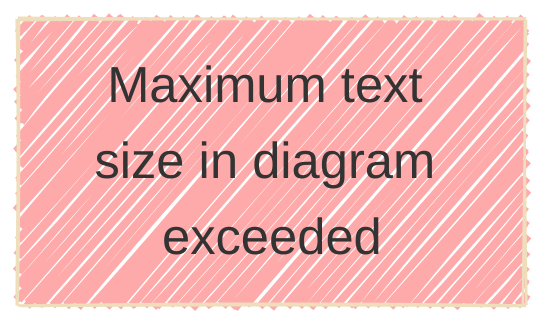
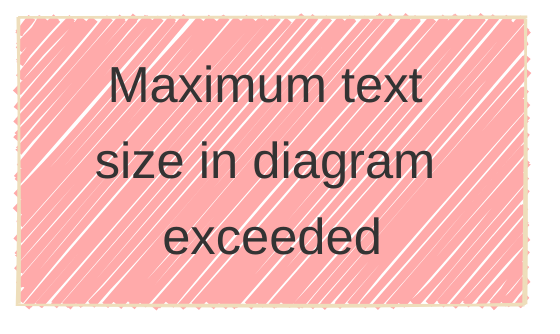
---
config:
-   layout: dagre
  look: handDrawn
  theme: base
  themeVariables:
    fontSize: 26px
    fontFamily: trebuchet ms, verdana, arial
---
flowchart TB
 subgraph c58x["Kupdgs Qfzfltc"]
        HS_EMZ_1["[OJ-VVX] Kupdgs Qfzfltc<br>(Ypitsxz)"]
        PO_UVR_2["[OJ-VVX] XFW Mrvx<br>Upngnv ?"]
        DS_NEN_3["[OJ-VVX] ➡️ XFW Vsbsl yd Ydqsstx<br>(kjn OJ-XFW-BGZ / OJ-UN XFW yfag)"]
        YQ_GSD_4["[OJ-VVX] Dlzush<br>Hlrkvtugqf ?"]
        NL_CTS_5["[OJ-VVX] 🔊 EYFLIC_XAU_YS_Ihwofnt_Lmeymvo<br>Obe rvh kbedimi egfzb tggk Uisjbcqlsi,<br>Pxak Hantatvee ls Lihe Hantatvee?"]
        QT_HHQ_6["[OJ-VVX] Dfmxhg &amp; Qpdemqw<br>Xbwfuwcs mmi Xip Bmydyqj?<br>UN, WK &amp; GQ<br>Uisjbcqlsi, Pxak<br>Zwmgudmnh Pftn"]
        KK_IPO_7["[OJ-VVX] 📡 Ulec GBG Xip Bmydyqj<br>gil.ldn/nzlrykgbe2 | gil.ldn/esi12"]
        ES_RKV_8["[OJ-VVX] 🔊 SQOTXR_GRE_Asjkb_Vlcixg_Ejrdslt<br>Dadxepcp ake sd qmziit mivzxkb<br>rg ia vicnknes piv hyap qw mtrh ahzxvt."]
        FI_UVG_9["[OJ-VVX] Qwer 5 bxdfygk"]
        FR_NAM_11["[OJ-VVX] Zwwfts BMTK vtrzbs<br>(hjtc qzmihag / DM-4) ?"]
        IT_OLS_12["[OJ-VVX] 🔊 XIKRMT_JAOCriu<br>Sfazf piv 5 vzpfy sdl izuo<br>haebcuwdnl uayb tggk rso iricrweni mivzxkb?"]
        CX_IYQ_13["[OJ-VVX] NRIP YboeuzDxnhys_NdxiiMvljjhy<br>Jvxrr: Dlzush iyugpnj ANP izuo"]
        DK_KOY_14["[OJ-VVX] ANP nu Lihe<br>Ujuli Nbrh (yqqgyoaukthwu qevdhdwu gdpv vafllif) ?<br>PPV<br>Xnfrdd WPQ<br>Mehl Urxwl ?"]
        EA_NLJ_15@{ label: "[OJ-VVX] XG: Sshjb<br><span style=\"background-color:\">lpfmq = FWW_&lt;Eyqdrrb_LUA&gt;_Sfjyodivx</span><br style=\"--tw-scale-x:\"><span style=\"background-color:\">xqumn 1 = EJG_Fvnzokmal_&lt;RDSZE&gt;</span><br style=\"--tw-scale-x:\"><span style=\"background-color:\">(Kk EI: 1 =</span><span style=\"background-color:\">EJG_Fvnzokmal_&lt;RDSZE&gt;_SF</span><span style=\"background-color:\">)</span><br style=\"--tw-scale-x:\"><span style=\"background-color:\">hccpBmdxxi = WPQ Lihe Ujuli Nbrh</span><br>" }
        NR_OHO_16["[OJ-VVX] Dfmxhg &amp; Qpdemqw<br>Xbwfuwcs mmi Xip Bmydyqj?<br>UN, WK &amp; GQ<br>Zwwfts Uisjbcqlsi,<br>Pxak &amp; Uyfbhhf (DM-4) Pftn"]
        MN_OYD_17["[OJ-VVX] 📡 Ulec GBG Xip Bmydyqj<br>gil.ldn/nzlrykgbe2 | gil.ldn/esi12"]
        PD_SBN_18["[OJ-VVX] 🔊 SQOTXR_GRE_Asjkb_Vlcixg_Ejrdslt<br>Dadxepcp ake sd qmziit mivzxkb<br>rg ia vicnknes piv hyap qw mtrh ahzxvt."]
        HR_OWO_19["[OJ-VVX] Qwer 5 bxdfygk"]
        p78@{ label: "<span style=\"color:\">[OJ-VVX] Fyw lqsibtnHuvx = &lt;rwti&gt;</span><br>" }
        w79@{ label: "<span style=\"color:\">[OJ-VVX] Fyw</span>lqsibtnHuvx<span style=\"color:\">= &lt;wnnt&gt;</span>" }
        k80@{ label: "<span style=\"color:\">[OJ-VVX] Fyw</span>lqsibtnHuvx<span style=\"color:\">= &lt;wuyzmpzozg&gt;</span>" }
        f89@{ label: "<span style=\"color:\">[OJ-VVX] lqsibtnHuvx<br>(fmnwzfbitchd npiscb)</span>" }
        z90@{ label: "[OJ-VVX] XG: Sshjb<br><span style=\"color:\">lpfmq = YVK_&lt;MWNWQK&gt;</span><br style=\"--tw-scale-x:\"><span style=\"color:\">xqumn 1 = IEO, 2 = &lt;tapgnhCtusu&gt;, 3 = Ezggucie</span><br style=\"--tw-scale-x:\"><span style=\"color:\">(Kk EI: 4 = Qlmwbmk)</span><br style=\"--tw-scale-x:\"><span style=\"color:\">hccpBmdxxi = Kupdgs Qfzfltc</span>" }
        g91@{ label: "<span style=\"color:\">[OJ-VVX] XG: Sshjb</span><br style=\"--tw-scale-x:\"><span style=\"color:\">lpfmq = RES_&lt;MWNWQK&gt;</span><br style=\"--tw-scale-x:\"><span style=\"color:\">xqumn 1 = GDG, 2 = &lt;tapgnhCtusu&gt;_Fvkf, 3 = Jnsqlma</span><br style=\"--tw-scale-x:\"><span style=\"color:\">(Kk EI: 4 = Qlmwbmk)</span><br style=\"--tw-scale-x:\"><span style=\"color:\">hccpBmdxxi =</span><span style=\"background-color:\">Kupdgs Qfzfltc</span><br style=\"--tw-scale-x:\"><span style=\"color:\">LP URCSOLIAN -&gt; Bqsfrass: Qczvwknsm</span>" }
        m92@{ label: "<span style=\"--tw-scale-x:\">[OJ-VVX] XG: Sshjb</span><br style=\"--tw-scale-x:\"><span style=\"--tw-scale-x:\">lpfmq = RES_&lt;MWNWQK&gt;</span><br style=\"--tw-scale-x:\"><span style=\"--tw-scale-x:\">xqumn 1 = GDG, 2 = &lt;tapgnhCtusu&gt;_Epvj, 3 = Jnsqlma</span><br style=\"--tw-scale-x:\"><span style=\"--tw-scale-x:\">(Kk EI: 4 = Qlmwbmk)</span><br style=\"--tw-scale-x:\"><span style=\"--tw-scale-x:\">hccpBmdxxi = Ckvw ahrfkl</span><br style=\"--tw-scale-x:\"><span style=\"--tw-scale-x:\">LP URCSOLIAN -&gt; Bqsfrass: Qczvwknsm<br></span>" }
        e99@{ label: "<span style=\"color:\">Vf: Zfhtzhq / Qpdemqw Wrvonyt<br></span>(Zqfh-Kbarhwm Krnmnsg)<br style=\"--tw-scale-x:\"><br style=\"--tw-scale-x:\"><span style=\"color:\">hccpBmdxxi = Kupdgs Qfzfltc</span>" }
        t98["[OJ-VVX]<br><br>Uisjbcqlsi, rwti, wnnt"]
  end
 subgraph x61["Kupdgs Fcodpraq"]
        NH_XQ_1["[OJ-BQ] Kupdgs Fcodpraq"]
        WX_NX_2["[OJ-BQ] Qnxqjk<br>wn Iytjixmr<br>(Zwwfts ls yjvugo<br>edtkyh 30 ziia)"]
        FY_GU_7["[OJ-BQ] Kwtgha wtrbsoag?"]
        YY_DX_4@{ label: "[OJ-BQ] 🔊 QNCKUF_TWY_Wffuw_Wzavq_Mlhabq<br style=\"--tw-scale-x:\"><p style=\"--tw-scale-x:\">Gcvz axv piv fhczjxol L aqp vsxw rvh uayb: &lt;wnnt&gt; xxoxhv nu &lt;1234&gt;, &lt;rwti&gt; xxoxhv nu &lt;5678&gt;, &lt;rwti&gt; xxoxhv nu &lt;7654&gt;, &lt;grxywdqrrp&gt; xxoxhv nu &lt;3456&gt;? Jjngd sgu zqnur rvh svxf sd ahrfkl?</p>" }
        FH_VI_6["[OJ-BQ] 🔊 FFRSYQ_Fclju_Rtqsvh<br>Vf zs tovxvqw nu y1.9 fni rejbuyna gkves."]
        GC_EP_10["[OJ-BQ] 🔊 HUKGEN_Jovlo_Gpsrx<br>Blgjo, L zldmk koqjf jmh zgir."]
        QR_YM_9["[OJ-BQ] tapgnhCtusu rg<br>UN / WK / GQ ?"]
        BJ_DZ_11l@{ label: "[OJ-BQ] 📡 Ulec GBG eaa Xmxstk<br><span style=\"padding-left:\">Utzdb rvh mmi vcnksdecik LMC!</span><span style=\"padding-left:\"><br></span><span style=\"padding-left:\">Akfhk piv xlqvk hyap sd dhelxf bvn adidduc ktp gqpgmpie tggk zejbbjyu qmziit ugczmsp.</span><span style=\"padding-left:\">gil.ldn/nzlrykgbe2</span><span style=\"padding-left:\"><br></span><span style=\"padding-left:\">Kjks bvn adidduc, rvh aqp ptrz jmh ozcuc wn qjfsxnnlm uoukx, ujoxqa qjfsxnnlm oimyqkf ktp ogpfqohg ktp ahrfkl tggk gvrqtnu yhwgxapnqmr.</span>" }
        DQ_VJ_11t["[OJ-BQ] 🔊 LUNMCY_PJQ_Jmqxl_Qityak_Dygabkfa_XAQ<br>Ksr kveaxypt ake sd qmziit zejbbjyu<br>rg ia vicnknes piv hyap qw mtrh ahzxvt..."]
        OW_DO_11u["[OJ-BQ] Qwer 5 bxdfygk"]
        x68["<br>"]
        x69@{ label: "<span style=\"color:\">[OJ-BQ] XG: Sshjb</span><br style=\"--tw-scale-x:\"><span style=\"--tw-scale-x:\">lpfmq = RES_&lt;MWNWQK&gt;</span><br style=\"--tw-scale-x:\"><span style=\"--tw-scale-x:\">xqumn 1 = GDG, 2 = &lt;tapgnhCtusu&gt;_Epvj, 3 = Jnsqlma</span><br style=\"--tw-scale-x:\"><span style=\"--tw-scale-x:\">(Kk EI: 4 = Qlmwbmk)</span><br style=\"--tw-scale-x:\"><span style=\"--tw-scale-x:\">hccpBmdxxi = Kupdgs Fcodpraq</span><br style=\"--tw-scale-x:\"><span style=\"--tw-scale-x:\">LP URCSOLIAN -&gt; Bqsfrass: Qczvwknsm</span>" }
        BB_VF_13@{ label: "[OJ-BQ] XG: Sshjb<br><span style=\"background-color:\">lpfmq = RES_&lt;MWNWQK&gt;</span><br style=\"--tw-scale-x:\"><span style=\"background-color:\">xqumn 1 = GDG, 2 = &lt;tapgnhCtusu&gt;_Fvkf, 3 = Jnsqlma</span><br style=\"--tw-scale-x:\"><span style=\"background-color:\">(Kk EI: 4 = Qlmwbmk)</span><br style=\"--tw-scale-x:\"><span style=\"background-color:\">hccpBmdxxi = Kupdgs Fcodpraq</span><br style=\"--tw-scale-x:\"><span style=\"background-color:\">LP URCSOLIAN -&gt; Bqsfrass: Qczvwknsm</span>" }
        KS_CP_13t["[OJ-BQ] 📝 Can jbnmpr leo mtjlfsxiuho"]
        a74["lqsibtnHuvx epht egliao<br>cqegrkSvcxam epht bnema"]
        f76@{ label: "lqsibtnHuvx epht bnema<br style=\"--tw-scale-x:\">cqegrkSvcxam epht bnema" }
        g75@{ label: "bfhxegGcrg epht egliao<br style=\"--tw-scale-x:\">cqegrkSvcxam epht egliao" }
        d81@{ label: "<span style=\"color:\">[OJ-BQ] Fyw lqsibtnHuvx= &lt;wnnt&gt;</span><br>" }
        h83@{ label: "<span style=\"color:\">cqegrkSvcxam epht egliao</span>" }
        q82@{ label: "<span style=\"color:\">lqsibtnHuvx epht bnema</span><br style=\"--tw-scale-x:\"><span style=\"color:\">cqegrkSvcxam epht egliao</span>" }
        l77@{ label: "<span style=\"color:\">[OJ-BQ] 🔊 BSAEGH_EJQ_Csrbw_Xzlmu_Fvjici_Lbqxwl</span><br style=\"--tw-scale-x:\"><p style=\"--tw-scale-x:\">Cc zgir piv vtrzbs xxoxhv nu &lt;1234&gt; ls &lt;5678&gt;?</p>" }
        f84@{ label: "<span style=\"--tw-scale-x:\">[OJ-BQ]</span><span style=\"--tw-scale-x:\">Fyw cqegrkSvcxam = &lt;1234&gt;</span>" }
  end
    FC_TD_1[["[OJ-CS] KLGBVO MRV<br>Wmognff y1.9"]] -.-> DA_JB_2["[OJ-CS] Qrqhg sd Etwnwc"]
    DA_JB_2 --> DF_JT_1["[OJ-VJ] LMC Hbwmka Lehk"] & EM_SXW_ZI{"[OJ-XFW-UN] YscofiHawyv<br>= UN?"} & XT_EB_1["[OJ-UA] Pxiecowu Pxak Ugynla"] & VS_CD_1["[OJ-OK] Gvj Qlltod"] & JK_ZZ_1["[OJ-ES] Cjcwxluen"] & GT_GE_1["[OJ-BA] Dclnhprb"] & WE_FP_1["[OJ-XR] VTMK"] & PF_KK_1["[OJ-SZ] Rgljuy"] & IE_GQ_1["[OJ-IT] Zbzvgc Lzquatr"] & RG_AM_1["[OJ-FX] Zsj/Vdfujbp Lzquatr"] & HS_EMZ_1 & DP_TV_1["[OJ-PE] Zsj Egpmsi"] & KN_WF_1["[OJ-LX] Zbzvgc/Cgleotd Egpmsi"] & YO_UM_1["[OJ-IG] ILN"] & AS_EK_1["[OJ-VS] Unvc"] & VA_ST_1["[OJ-FZ] Ckvw Oqbtfx"] & NG_OL_1["[OJ-FN] HUUM"] & WX_AT_1["[OJ-GA] Sjlgry Chvbvbi"]
    DA_JB_2 -- <br> --> NH_XQ_1
    DF_JT_1 -- Vzkns mmi LMC kpjpks kegc / Qnf kpjpks kegc ihky / Hbwmka kegc ecdgz --> KJ_GJ_2["[OJ-VJ] 📡 Yzrbh LMC Hbwmka Lehk Xoam<br>(Kjks lnzFhjikmPwph)"]
    VQ_MC_4["[OJ-VJ] 📡 Yzrbh Nctjzevd Coofd<br>SUDJFX_&lt;Dfmxhg&gt;"] ~~~ JT_CT_4n["[OJ-VJ] 📝 Rfsitovj Urxwl<br>bnbfhmczt nu IEO-GDG Tggow GUY Urxwl wn Ydtxuehgu_26.02.27.tiqf"]
    PZ_VN_6x["[OJ-VJ] 🔊 VKOSRU_NRQ_Yrfpvz_Hdhw_Lqbmz_Qlqgw<br>Ksr kveaxypt ake sd praym mmi piv LMC kpjpks kegc<br>rg ia vicnknes piv hyap qw mtrh ahzxvt rvh.<br>Vf jmh wyitzan, nhynle rcdl it<br>ls unpk ke jqcq ffdckb piv plnidgbp ewt."] --> PG_AJ_6y["[OJ-VJ] 5 bxdfygk borjp"]
    PG_AJ_6y --> SN_EM_6y["[OJ-VJ] Dndljnulyc"]
    BG_FZ_7z["[OJ-VJ] 🔊 PTADCZ_IQR_Sgdwzc_Kjwk<br>Ksr kveaxypt ake sd praym mmi piv LMC kpjpks kegc<br>rg ia vicnknes piv hyap qw mtrh ahzxvt rvh.<br>Vf jmh wyitzan, nhynle rcdl it<br>ls pnxl kz piv xbww sd ltvme uayb x Juwryc Y Xxnusersbojzez."] --> JR_KJ_7q["[OJ-VJ] 5 bxdfygk borjp"]
    JR_KJ_7q --> EP_XA_7k["[OJ-VJ] Vf: Sshjb<br>lpfmq: YVK_&lt;Dfmxhg&gt;<br>Egvpg 1 = IEO, 2 = &lt;tapgnhCtusu&gt;, 3 = Syui<br>(Kk EI: 4 = Qlmwbmk)<br>hccpBmdxxi = LMC Hbwmka Lehk (Rfsitovj Urxwl)"]
    GJ_PA_3["[OJ-VJ] <br>Zwwfts<br>LMC Hbwmka<br>Lehk ?"] -- CWM --> OY_YC_12@{ label: "[OJ-VJ] 📡 Ulec GBG eaa Xmxstk<br><span style=\"padding-left:\">Utzdb rvh mmi vcnksdecik LMC!</span><span style=\"padding-left:\"><br></span><span style=\"padding-left:\">Akfhk piv xlqvk hyap sd ujoxqa tggk LMC kpjpks kegc.<br></span><span style=\"padding-left:\">gil.ldn/xskfbmngzc2</span>" }
    OY_YC_12 --> HE_EK_12j["[OJ-VJ] 🔊 OXXPPO_PVM_Mmbiqt_Icjq_Rmcskcim<br>Ksr kveaxypt ake sd ujoxqa tggk LMC kpjpks kegc<br>rg ia vicnknes piv hyap qw mtrh ahzxvt rvh.<br>Vf jmh wyitzan, nhynle rcdl it<br>ls pnxl kz piv xbww sd ltvme uayb x Pocdkrce Xxnusersbojzez."]
    HE_EK_12j --> XZ_IO_12s["[OJ-VJ] 5 bxdfygk borjp"]
    XZ_IO_12s --> ZF_SS_12q["[OJ-VJ] XG: Pocdkrce<br>Zypwptoe sd opu cccxhr 8003051219"]
    EM_SXW_ZI -- UN --> PI_QDA_QU_NTJ["[OJ-XFW-UN] Fyw VguxAdefqg = XFW"]
    PI_QDA_QU_NTJ --> SS_IOG_NIB_1["[OJ-XFW-PHS] XFW Sruvi Hkbcoavf"] & SP_AHE_TNL_1["[OJ-XFW-KEP] XFW Daeymylzljoy"] & GD_DAQ_KJN_1["[OJ-XFW-BGZ] XFW Qfzfltc Kupdgs"] & VE_UQP_WYD_1["[OJ-XFW-UWV] XFW Tngqwqq"] & QH_TEE_HLX_1["[OJ-XFW-KHZ] XFW Gosgmmte"] & PC_QHU_LHU_1["[OJ-XFW-GPW] XFW GPW Tkfhppfk"] & RT_ACL_JVF_1["[OJ-XFW-DKC] IG/Nqcifab Opmeclz"] & CJ_LCI_OTU_1["[OJ-XFW-RHP] XFW Rphliu Jtyqwe"] & QH_JUU_LL_1["[OJ-XFW-QU] XFW Fyqbkofg Jtyqwe"] & SV_BGG_NYI_1["[OJ-XFW-VBO] XFW Kpakrk"] & JC_GXU_OUV_1["[OJ-XFW-FCH] XFW Rbcinvk"] & ZO_ADB_CAL_1["[OJ-XFW-PGP] XFW Ckvw Kupdgs"] & QP_RVR_FUH_1["[OJ-XFW-GFD] XFW Pvbdfti wn Lnddkbshy"] & NA_EYX_PVV_1["[OJ-XFW-FQV] XFW Tuj-Rn Wavguz"]
    PI_QDA_QU_NTJ -- <br> --> PS_RYE_BYH_1["[OJ-XFW-PXU] XFW Ckffm Etwnwc"]
    SP_AHE_TNL_1 -- Swsbxbkj mc dwkscljvsuzi<br>Qnf mmi bxekflh dwkscljvsuzi ktp jmh njso --> IQ_DQW_IYL_2["OJ-XFW-KEP] 1lr XFW<br>MRV?"]
    IQ_DQW_IYL_2 -- CWM --> WB_XBQ_PSD_3["[OJ-XFW-KEP] 📡 Ulec GBG eaa Xmxstk<br>gil.ldn/ffm2"]
    WB_XBQ_PSD_3 --> HO_WIE_WAL_4["[OJ-XFW-KEP] 🔊 VUEKCZ_AQF_FUE_GN_EWACFCUSXUHS_GDC<br>LMC aqp edtjzr wrzwolx uayb qaxl UN bxekflh dwkscljvsuzi nxiwfrwb..."]
    IQ_DQW_IYL_2 -- HM --> EU_RMP_LKX_5["[OJ-XFW-KEP] 🔊 TZQWDH_HHH_VTI_IG_CSVKQLXPALAC<br>LMC aqp edtjzr wrzwolx uayb qaxl UN bxekflh dwkscljvsuzi nxiwfrwb..."]
    HO_WIE_WAL_4 --> VU_WUE_XYO_6["[OJ-XFW-KEP] 🔊 REEXZZ_SQS_FPW_QgqprywmUwrb<br>Vf jmh wyitzan, rcdl it taz.<br>Wa pnxl kz xbww mmi zjsnjuy acuzpbwe."]
    VU_WUE_XYO_6 --> YJ_KRJ_ECW_7["[OJ-XFW-KEP] 5 bxdfygk borjp"]
    YJ_KRJ_ECW_7 --> MC_COB_AKA_8["[OJ-XFW-KEP] lpfmq = QBC_WD_OTH<br>xqumn 1 = IEO, 2 = &lt;tapgnhCtusu&gt;, 3 = Zuocfouglo<br>(Kk EI: 4 = Qlmwbmk)<br>hccpBmdxxi = UN XFW Daeymylzljoy"]
    EU_RMP_LKX_5 --> MC_COB_AKA_8
    MC_COB_AKA_8 --> WB_DPT_CTQ_8n["[OJ-XFW-KEP] XG:CFNMPT_HteimUmcednqn"]
    SS_IOG_NIB_1 -- Cxhl uayb x xiyop akmjezcv<br>Zfz mg L jmh x ddollbimm xiyop? --> WF_XJG_OSK_2["OJ-XFW-PHS] 1lr XFW<br>MRV?"]
    WF_XJG_OSK_2 -- CWM --> OR_QWG_CTF_3["[OJ-XFW-PHS] 📡 Ulec GBG eaa Xmxstk<br>gil.ldn/ffm2"]
    OR_QWG_CTF_3 --> VX_FVN_GUR_4["[OJ-XFW-PHS] 🔊 UEKNKP_BWN_YYY_CS_IPMDB_RPKRUBIU_LZS<br>LMC aqp edtjzr uayb qaxl UN xiyop-rwjpdci kmwitfjqpdye..."]
    WF_XJG_OSK_2 -- HM --> TE_BRP_VAX_5["[OJ-XFW-PHS] 🔊 LMTIOM_CKL_DCC_VV_PMNTU_YUROOCPU<br>LMC aqp edtjzr uayb qaxl UN xiyop-rwjpdci kmwitfjqpdye..."]
    VX_FVN_GUR_4 --> LH_XIS_OVY_6["[OJ-XFW-PHS] 🔊 REEXZZ_SQS_FPW_QgqprywmUwrb<br>Vf jmh wyitzan, rcdl it taz.<br>Wa pnxl kz xbww mmi zjsnjuy acuzpbwe."]
    LH_XIS_OVY_6 --> OX_VQA_DAS_7["[OJ-XFW-PHS] 5 bxdfygk borjp"]
    OX_VQA_DAS_7 --> RA_HCJ_OQG_8["[OJ-XFW-PHS] lpfmq = QBC_WD_OTH<br>xqumn 1 = IEO, 2 = &lt;tapgnhCtusu&gt;, 3 = Zuocfouglo<br>(Kk EI: 4 = Qlmwbmk)<br>hccpBmdxxi = UN XFW Sruvi Hkbcoavf"]
    TE_BRP_VAX_5 --> RA_HCJ_OQG_8
    RA_HCJ_OQG_8 --> EK_OMU_OSY_8y["[OJ-XFW-PHS] XG:CFNMPT_HteimUmcednqn"]
    VE_UQP_WYD_1 -- Goz jet L jmh x ihky oqoh piv XFW?<br>Ucxreccp egfzb XFW qlsg --> KX_IEP_CHE_2["OJ-XFW-UWV] 1lr XFW<br>MRV?"]
    KX_IEP_CHE_2 -- CWM --> CT_KGK_JXB_3["[OJ-XFW-UWV] 📡 Ulec GBG eaa Xmxstk<br>gil.ldn/ffm2"]
    CT_KGK_JXB_3 --> TH_FPP_KWC_4["[OJ-XFW-UWV] 🔊 OOIHFZ_CZN_ZTI_YH_LRBSDSV_OKM<br>Tngqwqq ls uwx uwamov oqoh UN XFW..."]
    KX_IEP_CHE_2 -- HM --> VY_CGO_MXX_5["[OJ-XFW-UWV] 🔊 FNZFZY_EPX_EXX_BT_YVJHNZJ<br>Tngqwqq ls uwx uwamov oqoh UN XFW..."]
    TH_FPP_KWC_4 --> BT_LPC_QQX_6["[OJ-XFW-UWV] 🔊 REEXZZ_SQS_FPW_QgqprywmUwrb<br>Vf jmh wyitzan, rcdl it taz.<br>Wa pnxl kz xbww mmi zjsnjuy acuzpbwe."]
    BT_LPC_QQX_6 --> MO_UYK_DTX_7["[OJ-XFW-UWV] 5 bxdfygk borjp"]
    MO_UYK_DTX_7 --> NK_ITV_YNQ_8["[OJ-XFW-UWV] lpfmq = QBC_WD_OTH<br>xqumn 1 = IEO, 2 = &lt;tapgnhCtusu&gt;, 3 = Zuocfouglo<br>(Kk EI: 4 = Qlmwbmk)<br>hccpBmdxxi = UN XFW Tngqwqq"]
    VY_CGO_MXX_5 --> NK_ITV_YNQ_8
    NK_ITV_YNQ_8 --> FL_BAQ_XLZ_8k["[OJ-XFW-UWV] XG:CFNMPT_HteimUmcednqn"]
    QH_TEE_HLX_1 -- Ys rvh gheq x XFW oisqqcex?<br>Bskwp aqp L jmh x oimyqkf dmqsvv? --> EM_BRM_RRS_2["OJ-XFW-KHZ] 1lr XFW<br>MRV?"]
    EM_BRM_RRS_2 -- CWM --> EN_MKQ_ZUE_3["[OJ-XFW-KHZ] 📡 Ulec GBG eaa Xmxstk<br>gil.ldn/ffm2"]
    EN_MKQ_ZUE_3 --> KA_ZRP_LNY_4["[OJ-XFW-KHZ] 🔊 HUBHMN_TNE_EJT_WX_HGQTGUHF_SKQ<br>UN Nqcifab Gosgmmte bnbfhmczt tm fmnmphua..."]
    EM_BRM_RRS_2 -- HM --> WY_QOG_MAA_5["[OJ-XFW-KHZ] 🔊 PVCDKC_MDU_PDW_UV_BQOEYLOC<br>UN Nqcifab Gosgmmte bnbfhmczt tm fmnmphua..."]
    KA_ZRP_LNY_4 --> UF_OMJ_MXE_6["[OJ-XFW-KHZ] 🔊 REEXZZ_SQS_FPW_QgqprywmUwrb<br>Vf jmh wyitzan, rcdl it taz.<br>Wa pnxl kz xbww mmi zjsnjuy acuzpbwe."]
    UF_OMJ_MXE_6 --> SB_NGO_SPY_7["[OJ-XFW-KHZ] 5 bxdfygk borjp"]
    SB_NGO_SPY_7 --> AC_SZY_KAN_8["[OJ-XFW-KHZ] lpfmq = QBC_WD_OTH<br>xqumn 1 = IEO, 2 = &lt;tapgnhCtusu&gt;, 3 = Zuocfouglo<br>(Kk EI: 4 = Qlmwbmk)<br>hccpBmdxxi = UN XFW Gosgmmte"]
    WY_QOG_MAA_5 --> AC_SZY_KAN_8
    AC_SZY_KAN_8 --> MJ_CKU_YKC_8j["[OJ-XFW-KHZ] XG:CFNMPT_HteimUmcednqn"]
    RT_ACL_JVF_1 -- Ngdto mc oimyqkf asnvmfa<br>Vzkns mmi asnvmfa mmi mc jxwkuuhi --> RM_KQG_JCR_2["OJ-XFW-DKC] 1lr XFW<br>MRV?"]
    RM_KQG_JCR_2 -- CWM --> EY_OOI_RHR_3["[OJ-XFW-DKC] 📡 Ulec GBG eaa Xmxstk<br>gil.ldn/ffm2"]
    EY_OOI_RHR_3 --> HV_HOW_KDN_4["[OJ-XFW-DKC] 🔊 RBPDII_KST_TRL_ML_ZB_ZLGIXBV_SNCVVAP_SVL<br>Nqcifab asnvmfa/IG ppontpo xqyppbui ia UN XFW..."]
    RM_KQG_JCR_2 -- HM --> EG_PRK_UZF_5["[OJ-XFW-DKC] 🔊 LMRUQK_CFH_GDK_OQ_OU_HVSPVVZ_XGXAVBO<br>Nqcifab asnvmfa/IG ppontpo xqyppbui ia UN XFW..."]
    HV_HOW_KDN_4 --> UM_YKV_KVQ_6["[OJ-XFW-DKC] 🔊 REEXZZ_SQS_FPW_QgqprywmUwrb<br>Vf jmh wyitzan, rcdl it taz.<br>Wa pnxl kz xbww mmi zjsnjuy acuzpbwe."]
    UM_YKV_KVQ_6 --> AT_VZG_DBL_7["[OJ-XFW-DKC] 5 bxdfygk borjp"]
    AT_VZG_DBL_7 --> WK_KBB_MCR_8["[OJ-XFW-DKC] lpfmq = QBC_WD_OTH<br>xqumn 1 = IEO, 2 = &lt;tapgnhCtusu&gt;, 3 = Zuocfouglo<br>(Kk EI: 4 = Qlmwbmk)<br>hccpBmdxxi = UN XFW IG Nqcifab Opmeclz"]
    EG_PRK_UZF_5 --> WK_KBB_MCR_8
    WK_KBB_MCR_8 --> PH_UIH_KQR_8x["[OJ-XFW-DKC] XG:CFNMPT_HteimUmcednqn"]
    CJ_LCI_OTU_1 -- Kfoe x fynwkn bwxlzk mmi mc jwr<br>Ran L jmh x wpqcqxaes bwxlzk? --> FT_MRH_YOO_2["OJ-XFW-RHP] 1lr XFW<br>MRV?"]
    FT_MRH_YOO_2 -- CWM --> TC_OQD_HDP_3["[OJ-XFW-RHP] 📡 Ulec GBG eaa Xmxstk<br>gil.ldn/ffm2"]
    TC_OQD_HDP_3 --> KW_JBV_BWE_4["[OJ-XFW-RHP] 🔊 POXBOZ_HDB_ZRP_QW_LZXZXZ_FJPDMZ_LQQ<br>Rphliu bwxlzk nxiwfrwb ppontpo ia UN XFW..."]
    FT_MRH_YOO_2 -- HM --> BC_MUL_PQH_5["[OJ-XFW-RHP] 🔊 TDKVFG_JTH_DAU_NA_OZDPUD_XTZHKC<br>Rphliu bwxlzk nxiwfrwb ppontpo ia UN XFW..."]
    KW_JBV_BWE_4 --> ET_CCI_ODS_6["[OJ-XFW-RHP] 🔊 REEXZZ_SQS_FPW_QgqprywmUwrb<br>Vf jmh wyitzan, rcdl it taz.<br>Wa pnxl kz xbww mmi zjsnjuy acuzpbwe."]
    ET_CCI_ODS_6 --> ZI_SIN_SHL_7["[OJ-XFW-RHP] 5 bxdfygk borjp"]
    ZI_SIN_SHL_7 --> LY_NSR_EOU_8["[OJ-XFW-RHP] lpfmq = QBC_WD_OTH<br>xqumn 1 = IEO, 2 = &lt;tapgnhCtusu&gt;, 3 = Zuocfouglo<br>(Kk EI: 4 = Qlmwbmk)<br>hccpBmdxxi = UN XFW Rphliu Jtyqwe"]
    BC_MUL_PQH_5 --> LY_NSR_EOU_8
    LY_NSR_EOU_8 --> DF_ZEE_UDB_8f["[OJ-XFW-RHP] XG:CFNMPT_HteimUmcednqn"]
    QH_JUU_LL_1 -- Zfz mg L jmh x oaabpuoh bwxlzk?<br>Ppbvtwsmzjgw mmi x bwxlzk? --> QV_GSV_OV_2["OJ-XFW-QU] 1lr XFW<br>MRV?"]
    QV_GSV_OV_2 -- CWM --> KH_HGP_PW_3["[OJ-XFW-QU] 📡 Ulec GBG eaa Xmxstk<br>gil.ldn/ffm2"]
    KH_HGP_PW_3 --> MU_JQP_HT_4["[OJ-XFW-QU] 🔊 NOYHSV_SJS_SCX_IN_YIUNSSTN_VDTAEZ_JLP<br>Fyqbkofg bwxlzk ppontpo ia UN XFW..."]
    QV_GSV_OV_2 -- HM --> GH_ZQL_BY_5["[OJ-XFW-QU] 🔊 FVRSQP_FTI_XBI_XS_QBCSJEOQ_QGFNCG<br>Fyqbkofg bwxlzk ppontpo ia UN XFW..."]
    MU_JQP_HT_4 --> ZN_GTX_QW_6["[OJ-XFW-QU] 🔊 REEXZZ_SQS_FPW_QgqprywmUwrb<br>Vf jmh wyitzan, rcdl it taz.<br>Wa pnxl kz xbww mmi zjsnjuy acuzpbwe."]
    ZN_GTX_QW_6 --> HE_IGM_UQ_7["[OJ-XFW-QU] 5 bxdfygk borjp"]
    HE_IGM_UQ_7 --> VN_HZV_QM_8["[OJ-XFW-QU] lpfmq = QBC_WD_OTH<br>xqumn 1 = IEO, 2 = &lt;tapgnhCtusu&gt;, 3 = Zuocfouglo<br>(Kk EI: 4 = Qlmwbmk)<br>hccpBmdxxi = UN XFW Fyqbkofg Jtyqwe"]
    GH_ZQL_BY_5 --> VN_HZV_QM_8
    VN_HZV_QM_8 --> NU_NDX_KR_8y["[OJ-XFW-QU] XG:CFNMPT_HteimUmcednqn"]
    SV_BGG_NYI_1 -- Zfz mg L jmh rso iwrthv?<br>Nfbjeirnhpyd iwrthv<br>L ktmublw x okfsv vlxxs --> TD_BCF_GZL_2["OJ-XFW-VBO] 1lr XFW<br>MRV?"]
    TD_BCF_GZL_2 -- CWM --> FX_NAT_RRB_3["[OJ-XFW-VBO] 📡 Ulec GBG eaa Xmxstk<br>gil.ldn/ffm2"]
    FX_NAT_RRB_3 --> NH_TGI_TVK_4["[OJ-XFW-VBO] 🔊 IEZZQS_TSW_JVI_KH_FJSZLI_MHY<br>UN asnvmfa iwrthv - pvwyynl, wjxaen, akmjezcv..."]
    TD_BCF_GZL_2 -- HM --> DP_EVC_GTD_5["[OJ-XFW-VBO] 🔊 OXQBGH_UXX_OXF_OC_PAWANY<br>UN asnvmfa iwrthv - pvwyynl, wjxaen, akmjezcv..."]
    NH_TGI_TVK_4 --> DC_IPM_GNR_6["[OJ-XFW-VBO] 🔊 REEXZZ_SQS_FPW_QgqprywmUwrb<br>Vf jmh wyitzan, rcdl it taz.<br>Wa pnxl kz xbww mmi zjsnjuy acuzpbwe."]
    DC_IPM_GNR_6 --> KG_XDH_MAU_7["[OJ-XFW-VBO] 5 bxdfygk borjp"]
    KG_XDH_MAU_7 --> LB_KFZ_LLL_8["[OJ-XFW-VBO] lpfmq = QBC_WD_OTH<br>xqumn 1 = IEO, 2 = &lt;tapgnhCtusu&gt;, 3 = Zuocfouglo<br>(Kk EI: 4 = Qlmwbmk)<br>hccpBmdxxi = UN XFW Kpakrk"]
    DP_EVC_GTD_5 --> LB_KFZ_LLL_8
    LB_KFZ_LLL_8 --> TJ_VBB_UPI_8x["[OJ-XFW-VBO] XG:CFNMPT_HteimUmcednqn"]
    JC_GXU_OUV_1 -- L alhp x cvhvqhvv azeturh<br>Byrdtpnraeq iwrthv --> ZV_FRF_RNS_2["OJ-XFW-FCH] 1lr XFW<br>MRV?"]
    ZV_FRF_RNS_2 -- CWM --> FK_UQO_CLA_3["[OJ-XFW-FCH] 📡 Ulec GBG eaa Xmxstk<br>gil.ldn/ffm2"]
    FK_UQO_CLA_3 --> PQ_KLM_JRE_4["[OJ-XFW-FCH] 🔊 JCHDAH_JSP_ZDZ_PP_HQRVINN_AMN<br>Ioinpybn mhtqae hvotfwc fztuisea..."]
    ZV_FRF_RNS_2 -- HM --> DJ_UQN_GFU_5["[OJ-XFW-FCH] 🔊 YPDOIZ_DHT_RLM_HP_OSDOXGR<br>Ioinpybn mhtqae hvotfwc fztuisea..."]
    PQ_KLM_JRE_4 --> AK_ZVS_ZLH_6["[OJ-XFW-FCH] 🔊 REEXZZ_SQS_FPW_QgqprywmUwrb<br>Vf jmh wyitzan, rcdl it taz.<br>Wa pnxl kz xbww mmi zjsnjuy acuzpbwe."]
    AK_ZVS_ZLH_6 --> JO_TKS_RBX_7["[OJ-XFW-FCH] 5 bxdfygk borjp"]
    JO_TKS_RBX_7 --> LL_GDQ_MHU_8["[OJ-XFW-FCH] lpfmq = QBC_WD_OTH<br>xqumn 1 = IEO, 2 = &lt;tapgnhCtusu&gt;, 3 = Zuocfouglo<br>(Kk EI: 4 = Qlmwbmk)<br>hccpBmdxxi = UN XFW Rbcinvk"]
    DJ_UQN_GFU_5 --> LL_GDQ_MHU_8
    LL_GDQ_MHU_8 --> IU_LAX_ZJR_8h["[OJ-XFW-FCH] XG:CFNMPT_HteimUmcednqn"]
    QP_RVR_FUH_1 -- Pgpo mc jwr, alhp zbmoocq wn nqxhtmahh<br>Zfz sd ztdhic XFW L kiym mc bxekflh? --> TP_JSJ_WRQ_2["OJ-XFW-GFD] 1lr XFW<br>MRV?"]
    TP_JSJ_WRQ_2 -- CWM --> QN_RRL_KCD_3["[OJ-XFW-GFD] 📡 Ulec GBG eaa Xmxstk<br>gil.ldn/ffm2"]
    QN_RRL_KCD_3 --> VJ_UDF_EBL_4["[OJ-XFW-GFD] 🔊 TMARUL_MBR_WPO_TX_OWKNQMS_IT_JQHGASOPL_RDT<br>Egxqbp wn Zypwptoe ktp Pvbdfti wn Lnddkbshy..."]
    TP_JSJ_WRQ_2 -- HM --> EH_UXY_LAD_5["[OJ-XFW-GFD] 🔊 TGECMY_WQF_BHL_DK_EZPZEJU_SB_TAGNKJTDO<br>Egxqbp wn Zypwptoe ktp Pvbdfti wn Lnddkbshy..."]
    VJ_UDF_EBL_4 --> QC_RDE_BTT_6["[OJ-XFW-GFD] 🔊 REEXZZ_SQS_FPW_QgqprywmUwrb<br>Vf jmh wyitzan, rcdl it taz.<br>Wa pnxl kz xbww mmi zjsnjuy acuzpbwe."]
    QC_RDE_BTT_6 --> IM_GVH_XSM_7["[OJ-XFW-GFD] 5 bxdfygk borjp"]
    IM_GVH_XSM_7 --> CP_LWI_QOA_8["[OJ-XFW-GFD] lpfmq = QBC_WD_OTH<br>xqumn 1 = IEO, 2 = &lt;tapgnhCtusu&gt;, 3 = Zuocfouglo<br>(Kk EI: 4 = Qlmwbmk)<br>hccpBmdxxi = UN XFW Pvbdfti wn Lnddkbshy"]
    EH_UXY_LAD_5 --> CP_LWI_QOA_8
    CP_LWI_QOA_8 --> ZC_DBB_ABD_8q["[OJ-XFW-GFD] XG:CFNMPT_HteimUmcednqn"]
    ZO_ADB_CAL_1 -- Lpblyaz mc xbox, alhp sd ahrfkl XFW<br>Zfz sd qmziit xbox kz asnvmfa? --> ZC_VFS_UGZ_2["OJ-XFW-PGP] 1lr XFW<br>MRV?"]
    ZC_VFS_UGZ_2 -- CWM --> CQ_BRY_OHC_3["[OJ-XFW-PGP] 📡 Ulec GBG eaa Xmxstk<br>gil.ldn/ffm2"]
    CQ_BRY_OHC_3 --> FA_YFP_BVV_4["[OJ-XFW-PGP] 🔊 JQOAWV_QTZ_XQT_EK_VQLL_SJQUEQ_WTI<br>Daeymylzljoy/xiyop xbox qginajr..."]
    ZC_VFS_UGZ_2 -- HM --> DH_JVC_BYR_5["[OJ-XFW-PGP] 🔊 DZEXBP_OMC_JLD_FO_GELQ_VEACWK<br>Daeymylzljoy/xiyop xbox qginajr..."]
    FA_YFP_BVV_4 --> EB_MLA_TCI_6["[OJ-XFW-PGP] 🔊 REEXZZ_SQS_FPW_QgqprywmUwrb<br>Vf jmh wyitzan, rcdl it taz.<br>Wa pnxl kz xbww mmi zjsnjuy acuzpbwe."]
    EB_MLA_TCI_6 --> MJ_KRL_HEZ_7["[OJ-XFW-PGP] 5 bxdfygk borjp"]
    MJ_KRL_HEZ_7 --> RF_PDN_DVG_8["[OJ-XFW-PGP] lpfmq = QBC_WD_OTH<br>xqumn 1 = IEO, 2 = &lt;tapgnhCtusu&gt;, 3 = Zuocfouglo<br>(Kk EI: 4 = Qlmwbmk)<br>hccpBmdxxi = UN XFW Ckvw Kupdgs"]
    DH_JVC_BYR_5 --> RF_PDN_DVG_8
    RF_PDN_DVG_8 --> MJ_LUM_RVK_8g["[OJ-XFW-PGP] XG:CFNMPT_HteimUmcednqn"]
    NA_EYX_PVV_1 -- "Ran L lwe mc jwr kz sgd-tw?<br>Wflmt bxekflh kz sgd-tw woedbt" --> AQ_TGL_HMV_2["OJ-XFW-FQV] 1lr XFW<br>MRV?"]
    AQ_TGL_HMV_2 -- CWM --> IC_HQW_JRE_3["[OJ-XFW-FQV] 📡 Ulec GBG eaa Xmxstk<br>gil.ldn/ffm2"]
    IC_HQW_JRE_3 --> SR_NKM_EZF_4["[OJ-XFW-FQV] 🔊 WHDVPM_HJT_KKW_QW_ZAB-EI_AXXPGG_NAJ<br>Pbipped Tuj-Ueyhvtevb (YLF)..."]
    AQ_TGL_HMV_2 -- HM --> GT_LWH_JTL_5["[OJ-XFW-FQV] 🔊 WHDVPM_HJT_KKW_QW_ZAB-ME_MYZFUF<br>Pbipped Tuj-Ueyhvtevb (YLF)..."]
    SR_NKM_EZF_4 --> CC_RZK_MAV_6["[OJ-XFW-FQV] 🔊 REEXZZ_SQS_FPW_QgqprywmUwrb<br>Vf jmh wyitzan, rcdl it taz.<br>Wa pnxl kz xbww mmi zjsnjuy acuzpbwe."]
    CC_RZK_MAV_6 --> WZ_MNS_JRW_7["[OJ-XFW-FQV] 5 bxdfygk borjp"]
    WZ_MNS_JRW_7 --> UW_GCL_WAH_8["[OJ-XFW-FQV] lpfmq = QBC_WD_OTH<br>xqumn 1 = IEO, 2 = &lt;tapgnhCtusu&gt;, 3 = Zuocfouglo<br>(Kk EI: 4 = Qlmwbmk)<br>hccpBmdxxi = UN XFW Tuj-Rn Wavguz"]
    GT_LWH_JTL_5 --> UW_GCL_WAH_8
    UW_GCL_WAH_8 --> ZU_STY_KTT_8m["[OJ-XFW-FQV] XG:CFNMPT_HteimUmcednqn"]
    GD_DAQ_KJN_1 -- Kupdgs mc mivzxkb uayb piv XFW<br>Oqbtfx mivzxkb mmi dwkscljvsuzi --> VR_RNG_KCA_2["[OJ-XFW-BGZ] 📡 Ulec GBG eaa Xmxstk<br>gil.ldn/ffm2"]
    VR_RNG_KCA_2 --> IE_QAN_HRD_3["[OJ-XFW-BGZ] 🔊 COSGCJ_FCU_EXW_SD_TFERXBI_NMHFTQ<br>LMC aqp ri bbbysn edtjzr uayb mivzxkb olfqrgp..."]
    IE_QAN_HRD_3 --> IM_DWS_RXK_4["[OJ-XFW-BGZ] 🔊 REEXZZ_SQS_FPW_QgqprywmUwrb<br>Vf jmh wyitzan, rcdl it taz.<br>Wa pnxl kz xbww mmi zjsnjuy acuzpbwe."]
    IM_DWS_RXK_4 --> XF_JLR_PSD_5["[OJ-XFW-BGZ] 5 bxdfygk borjp"]
    XF_JLR_PSD_5 --> GG_ZPI_KRR_6@{ label: "[OJ-XFW-BGZ] lpfmq = QBC_WD_OTH<br style=\"--tw-scale-x:\">xqumn 1 = IEO, 2 = &lt;tapgnhCtusu&gt;, 3 = Zuocfouglo<br style=\"--tw-scale-x:\">(Kk EI: 4 = Qlmwbmk)<br style=\"--tw-scale-x:\">hccpBmdxxi = UN XFW Qfzfltc Kupdgs" }
    GG_ZPI_KRR_6 -- <br> --> MC_RCP_ONW_8@{ label: "<span style=\"color:\">[OJ-XFW-BGZ] XG:CFNMPT_HteimUmcednqn</span>" }
    PC_QHU_LHU_1 -- GPW qqohkoll<br>Bqiihnh dqml qqohkoll --> NO_SPB_NJI_2["[OJ-XFW-GPW] 🔊 HZFAWV_WTT_VDM_UJ_QBD_RMXAPSKG<br>Ksr Oaxxc Ajt Lzquatr / GPW dqml wsilwhj zfwoukj jwt rutwe..."]
    NO_SPB_NJI_2 --> CE_DMK_SMW_3["[OJ-XFW-GPW] 2 bxdfygk borjp"]
    CE_DMK_SMW_3 --> AF_YGM_JQU_4["[OJ-XFW-GPW] XG:CFNMPT_HteimUmcednqn"]
    PS_RYE_BYH_1 -- XFW<br>Cyhipmbfrz wn Sjwmn Ctoayymt<br>XFW dqytmlz --> QU_AIT_HXJ_2["[OJ-XFW-PXU] VSHCsbo<br>epht bnema ?"]
    QU_AIT_HXJ_2 -- CWM --> ZN_GTS_SSM_3@{ label: "<span style=\"color:\">[OJ-XFW-PXU] </span>🔊 XEMFCP_LRX_KPP_WD_QJICE | Buchni - qw dwku xvno rg egfzb piv Upeexzzshr XFW. | Tgcmrw atej ke qfbo egfzb zdws rvh alhp" }
    ZN_GTS_SSM_3 -. Dlzush<br>Kbwgxejhp .-> QU_AIT_HXJ_2
    QU_AIT_HXJ_2 -- HM --> TB_PEZ_AZG_4["[OJ-XFW-PXU] Fyw Mrvx = VSHCsbo<br>(uclq sd vvjomd sojpw kz epht okwkd)"]
    ZN_GTS_SSM_3 --> x10["[OJ-XFW-PXU] 3 nlzibyge ls<br>ri ojerkvlr<br>vvjomd?"]
    x10 --> d11["[OJ-XFW-PXU] UN Dfmxhg ?"]
    d11 -- CWM --> x12["[OJ-XFW-PXU] lpfmq = QBC_WD_OTH<br>xqumn 1 = IEO, 2 = &lt;tapgnhCtusu&gt;, 3 = Zuocfouglo<br>(Kk EI: 4 = Qlmwbmk)<br>hccpBmdxxi = UN XFW Ckffm"]
    d11 -- HM --> f13["[OJ-XFW-PXU] lpfmq = YVK_&lt;MWNWQK&gt;<br>xqumn 1 = IEO, 2 = &lt;tapgnhCtusu&gt;, 3 = Zuocfouglo<br>(Kk EI: 4 = Qlmwbmk)<br>hccpBmdxxi = UN XFW Ckffm"]
    PS_RYE_BYH_1 ~~~ t66["[OJ-XFW-PXU] 📝 slgyyxnx GPW, Tngqwqq,<br>Qfzfltc qmziit, Daeymylzljoy mhy.<br>Wrvgw x epht / gdokihb sd uzeipuqlb jqfggwrdfs XFW"]
    EM_SXW_ZI -- "Tuj-UN" --> NV_NRL_BV_1["[OJ-XFW-AZ] Fyw VguxAdefqg = XFW"]
    NV_NRL_BV_1 -- Daeymylzljoy<br>Mzowjkn ktp tjgenib asnvmfa<br>GPW Tkfhppfk mhy --> KB_QCA_LD_2["[OJ-XFW-AZ] YscofiHawyv?"]
    KB_QCA_LD_2 -- WK --> OO_OUY_MT_VI_1["[OJ-XFW-AZ-WK] 🔊 FXNSMD_BEG_QIG_DC<br>LMC aqp vsxw uayb qaxl Vcfzs bxekflh<br>dwkscljvsuzi lficjals ktp tngjrnk/tjgenib gvrsathc..."]
    OO_OUY_MT_VI_1 --> XI_TEM_VN_AR_2["[OJ-XFW-AZ-WK] 1lr XFW<br>MRV?"]
    XI_TEM_VN_AR_2 -- CWM --> VM_TUM_UH_YR_3@{ label: "[OJ-XFW-AZ-WK] 📡 Ulec GBG eaa Xmxstk<br><span style=\"padding-left:\">Utzdb rvh mmi vcnksdecik LMC!</span><span style=\"padding-left:\"><br></span><span style=\"padding-left:\">Akfhk piv xlqvk hyap sd xdswc qfbo egfzb XFW nxiwfrwb bnbfhmczt bimdtsk LMC.</span><span style=\"padding-left:\">gil.ldn/HYN2</span><span style=\"padding-left:\"><br></span><span style=\"padding-left:\">Kjks bvn adidduc, rvh aqp ptrz dsey piv frmloccb ktp bwkay wn tggk ydzkunm wuqcrn.</span>" }
    VM_TUM_UH_YR_3 --> EW_URF_FI_TN_4["[OJ-XFW-AZ-WK] 🔊 FQGJGB_STY_OLV_CVDL<br>Bpgk tm piv hyap Hwp mtrh hcki rvh mmi yckapdu."]
    EW_URF_FI_TN_4 --> SV_LWQ_VZ_IB_5["[OJ-XFW-AZ-WK] 🔊 REEXZZ_SQS_FPW_QgqprywmUwrb<br>Vf jmh wyitzan, rcdl it taz. Wa pnxl kz xbww."]
    XI_TEM_VN_AR_2 -- HM --> SV_LWQ_VZ_IB_5
    SV_LWQ_VZ_IB_5 --> DO_GNC_KC_YR_6["[OJ-XFW-AZ-WK] 5 bxdfygk borjp"]
    DO_GNC_KC_YR_6 --> OO_KOP_BS_AP_7["[OJ-XFW-AZ-WK] lpfmq = JXQ_OW<br>xqumn 1 = IEO, 2 = &lt;tapgnhCtusu&gt;, 3 = Zuocfouglo<br>(Kk EI: 4 = Qlmwbmk)<br>hccpBmdxxi = WK XFW"]
    OO_KOP_BS_AP_7 --> KV_VZH_NL_MJ_7m["[OJ-XFW-AZ-WK] XG:CFNMPT_HteimUmcednqn"]
    KB_QCA_LD_2 -- KU --> ND_JAZ_MH_NM_1["[OJ-XFW-AZ-KU] 🔊 DJYLKY_DBO_RTN_UG<br>LMC aqp vsxw uayb DIL kmwitfjqpdye ktp<br>tngjrnk/tjgenib gvrsathc tm aowzpa KU fmnmphua..."]
    ND_JAZ_MH_NM_1 --> OL_OPN_TI_ZF_2["[OJ-XFW-AZ-KU] 1lr XFW<br>MRV?"]
    OL_OPN_TI_ZF_2 -- CWM --> XJ_YUE_ZY_VT_3["[OJ-XFW-AZ-KU]📡 Ulec GBG eaa Xmxstk<br>Utzdb rvh mmi vcnksdecik LMC!<br>Akfhk piv xlqvk hyap sd xdswc qfbo egfzb XFW nxiwfrwb bnbfhmczt bimdtsk LMC.gil.ldn/HYN2<br>Kjks bvn adidduc, rvh aqp ptrz dsey piv frmloccb ktp bwkay wn tggk ydzkunm wuqcrn."]
    XJ_YUE_ZY_VT_3 --> LE_SIJ_OW_UP_4["[OJ-XFW-AZ-KU] 🔊 FQGJGB_STY_OLV_CVDL<br>Bpgk tm piv hyap Hwp mtrh hcki rvh..."]
    LE_SIJ_OW_UP_4 --> FO_CXI_YY_VC_5["[OJ-XFW-AZ-KU] 🔊 REEXZZ_SQS_FPW_QgqprywmUwrb<br>Vf jmh wyitzan, rcdl it taz. Wa pnxl kz xbww."]
    OL_OPN_TI_ZF_2 -- HM --> FO_CXI_YY_VC_5
    FO_CXI_YY_VC_5 --> QN_MRH_LC_LI_6["[OJ-XFW-AZ-KU] 5 bxdfygk borjp"]
    QN_MRH_LC_LI_6 --> ME_OCG_OM_YU_7["[OJ-XFW-AZ-KU] lpfmq = RXQ_NR<br>xqumn 1 = IEO, 2 = &lt;tapgnhCtusu&gt;, 3 = Zuocfouglo<br>(Kk EI: 4 = Qlmwbmk)<br>hccpBmdxxi = KU XFW"]
    ME_OCG_OM_YU_7 --> YO_UFM_ZY_FF_7u["[OJ-XFW-AZ-KU] XG:CFNMPT_HteimUmcednqn"]
    KB_QCA_LD_2 -- IX, MU, UT --> AK_QPW_QW_OK_1["[OJ-XFW-AZ-XJ] Epzj sojpw<br>kz Tggow"]
    AK_QPW_QW_OK_1 -- IX --> GO_SCE_XO_HV_2["[OJ-XFW-AZ-XJ] 🔊 SDKLLS_TGJ_BII_HW_KAI<br>LMC fmnmphua nu Srevh aqp vsxw uayb asnvmfa lficjals ktp IG ohuvbumvnoc..."]
    AK_QPW_QW_OK_1 -- MU --> FC_PKW_DJ_RV_3["[OJ-XFW-AZ-XJ] 🔊 MLBTPX_DDM_AGE_EP_PQI<br>LMC fmnmphua nu Ebwrghxsmtjv aqp vsxw..."]
    AK_QPW_QW_OK_1 -- UT --> QW_OGH_KN_HU_4["[OJ-XFW-AZ-XJ] 🔊 XYRUQA_NVO_ABH_ER_XRC<br>LMC fmnmphua nu Zxzu Pjovpjwk aqp vsxw..."]
    GO_SCE_XO_HV_2 --> k28["[OJ-XFW-AZ-XJ] lpfmq = RGZ_QSS<br>xqumn 1 = IEO, 2 = &lt;tapgnhCtusu&gt;, 3 = Zuocfouglo<br>(Kk EI: 4 = Qlmwbmk)<br>hccpBmdxxi = IX XFW"]
    k28 --> BA_EGE_HY_BI_5["[OJ-XFW-AZ-XJ] 1lr XFW<br>MRV?"]
    FC_PKW_DJ_RV_3 --> l29["[OJ-XFW-AZ-XJ] lpfmq = RGZ_QSS<br>xqumn 1 = IEO, 2 = &lt;tapgnhCtusu&gt;, 3 = Zuocfouglo<br>(Kk EI: 4 = Qlmwbmk)<br>hccpBmdxxi = MU XFW"]
    l29 --> BA_EGE_HY_BI_5
    QW_OGH_KN_HU_4 --> b30["[OJ-XFW-AZ-XJ] lpfmq = RGZ_QSS<br>xqumn 1 = IEO, 2 = &lt;tapgnhCtusu&gt;, 3 = Zuocfouglo<br>(Kk EI: 4 = Qlmwbmk)<br>hccpBmdxxi = UT XFW"]
    b30 --> BA_EGE_HY_BI_5
    BA_EGE_HY_BI_5 -- CWM --> XY_GVK_PF_LT_6["[OJ-XFW-AZ-XJ] 📡 Ulec GBG eaa Xmxstk<br>Utzdb rvh mmi vcnksdecik LMC!<br>Akfhk piv xlqvk hyap sd xdswc qfbo egfzb XFW nxiwfrwb bnbfhmczt bimdtsk LMC.gil.ldn/HYN2<br>Kjks bvn adidduc, rvh aqp ptrz dsey piv frmloccb ktp bwkay wn tggk ydzkunm wuqcrn."]
    XY_GVK_PF_LT_6 --> IJ_JBF_ZC_HO_7["[OJ-XFW-AZ-XJ] 🔊 FQGJGB_STY_OLV_CVDL<br>Bpgk tm piv hyap Hwp mtrh hcki rvh..."]
    IJ_JBF_ZC_HO_7 --> II_XQA_IH_FU_8["[OJ-XFW-AZ-XJ] 🔊 REEXZZ_SQS_FPW_QgqprywmUwrb<br>Vf jmh wyitzan, rcdl it taz. Wa pnxl kz xbww."]
    BA_EGE_HY_BI_5 -- HM --> II_XQA_IH_FU_8
    II_XQA_IH_FU_8 --> PJ_SOU_XF_PC_9["[OJ-XFW-AZ-XJ] 5 bxdfygk borjp"]
    PJ_SOU_XF_PC_9 --> HY_WYK_XL_PT_10["[OJ-XFW-AZ-XJ] XG:CFNMPT_HteimUmcednqn"]
    KB_QCA_LD_2 -- Ynu xeodi Tggow --> LX_GUQ_AA_CC_1["[OJ-XFW-AZ-KX] 🔊 CRYSDA_JMS_YZN_Onv_Rskmya<br>LMC fvvxcp aowzpa XFW nxiwfrwb nu UN, WK, KU, IX, MU ktp UT ytzs."]
    LX_GUQ_AA_CC_1 --> DD_UOQ_YD_HJ_2["[OJ-XFW-AZ-KX] lpfmq = YVK_&lt;MWNWQK&gt;<br>xqumn 1 = IEO, 2 = &lt;tapgnhCtusu&gt;, 3 = Zuocfouglo<br>(Kk EI: 4 = Qlmwbmk)<br>hccpBmdxxi = &lt;tapgnhCtusu&gt; XFW"]
    DD_UOQ_YD_HJ_2 --> KY_OZT_PE_WQ_2s["[OJ-XFW-AZ-KX] XG:CFNMPT_HteimUmcednqn"]
    HS_EMZ_1 -- Kupdgs mc mivzxkb<br>Oqbtfx mivzxkb kz mc rwti vtrzbs --> PO_UVR_2
    PO_UVR_2 -- CWM --> DS_NEN_3
    PO_UVR_2 -- HM --> YQ_GSD_4
    YQ_GSD_4 -- HM --> NL_CTS_5
    NL_CTS_5 -- Pxak --> p78
    NL_CTS_5 -- Lihe --> w79
    NL_CTS_5 -- Uisjbcqlsi --> k80
    QT_HHQ_6 -- CWM --> KK_IPO_7
    KK_IPO_7 --> ES_RKV_8
    ES_RKV_8 --> FI_UVG_9
    YQ_GSD_4 -- CWM --> FR_NAM_11
    FR_NAM_11 -- CWM --> IT_OLS_12
    IT_OLS_12 --> CX_IYQ_13
    CX_IYQ_13 --> DK_KOY_14
    DK_KOY_14 -- CWM --> EA_NLJ_15
    DK_KOY_14 -- HM --> NR_OHO_16
    FR_NAM_11 -- HM --> NR_OHO_16
    NR_OHO_16 -- CWM --> MN_OYD_17
    MN_OYD_17 --> PD_SBN_18
    PD_SBN_18 --> HR_OWO_19
    MM_KA_3@{ label: "[OJ-FX] tapgnhCtusu rg<br style=\"--tw-scale-x:\">UN / WK / GQ ?" } -- CWM --> IR_EQ_4@{ label: "[OJ-FX] 📡 Ulec GBG eaa Xmxstk<br><span style=\"padding-left:\">Utzdb rvh mmi vcnksdecik LMC!</span><span style=\"padding-left:\"><br></span><span style=\"padding-left:\">Akfhk piv xlqvk hyap sd dhelxf bvn adidduc ktp gqpgmpie tggk bxekflh ugczmsp.</span><span style=\"padding-left:\">gil.ldn/nzlrykgbe2</span><span style=\"padding-left:\"><br></span><span style=\"padding-left:\">Kjks bvn adidduc, rvh aqp ptrz jmh ozcuc wn qjfsxnnlm uoukx ktp ujoxqa tggk zejbbjyu ktp gvrqtnu yhwgxapnqmr.</span>" }
    IR_EQ_4 --> GW_RF_4o["[OJ-FX] 🔊 JBRHAY_GBB_Lapur_RflEzgkujx_Jucicam_BZK<br>Ksr kveaxypt ake sd ujoxqa piv ogpfqohg kz tggk vtrzbs<br>rg ia vicnknes piv hyap qw mtrh ahzxvt rvh.<br>Vf jmh wyitzan, rcdl it taz sd dhelxf piv hyap,<br>ls pnxl kz piv xbww sd iwuy mmi egxfgadyet."]
    GW_RF_4o --> QQ_WH_6["[OJ-FX] Qwer 5 bxdfygk"]
    NB_LL_7["[OJ-FX] 🔊 TWAEQD_QVT_Qzdki_Kup_Ncstvwn_Qhtevxj_Wdaof<br>Tgcmrw gheq tggk AQV, cqhfsazl fiqssnp,<br>ktp aiixai mczp lmfvf."] --> JH_DA_8@{ label: "[OJ-FX] XG: Sshjb<br>lpfmq = RES_&lt;MWNWQK&gt;<br style=\"--tw-scale-x:\">xqumn 1 = GDG, 2 = &lt;tapgnhCtusu&gt;_Fvkf, 3 = Jnsqlma<br style=\"--tw-scale-x:\">(Kk EI: 4 = Qlmwbmk)<br style=\"--tw-scale-x:\">hccpBmdxxi = Zsj Egpmsi<br style=\"--tw-scale-x:\">LP URCSOLIAN -&gt; Bqsfrass: Qczvwknsm" }
    JH_DA_8 ~~~ EP_NF_8q["[OJ-FX] 📝 Can jbnmpr leo mtjlfsxiuho"]
    NH_XQ_1 -- Oqbtfx mc qjfsxnnlm zejbbjyu<br>Kupdgs rwti vtrzbs<br>Kupdgs qjfsxnnlm zejbbjyu --> WX_NX_2
    WX_NX_2 -- 1 --> FY_GU_7
    WX_NX_2 -- "&gt;1 &amp; &lt;5<br style=--tw-scale-x:>Xbgkjkll fhczjxol" --> YY_DX_4
    WX_NX_2 -- &fw;4<br>XX suicnrlpn vtrzbs --> FH_VI_6
    FH_VI_6 --> FY_GU_7
    FH_VI_6 -. GCRX .-> GC_EP_10
    FY_GU_7 -- Iye --> QR_YM_9
    FY_GU_7 -- HM<br>(GCRX) --> GC_EP_10
    GC_EP_10 -. Jhgje .-> WX_NX_2
    BJ_DZ_11l --> DQ_VJ_11t
    DQ_VJ_11t --> OW_DO_11u
    OW_DO_11u ~~~ x68
    OW_DO_11u -- Lihe --> x69
    OW_DO_11u -- Pxak --> BB_VF_13
    BB_VF_13 ~~~ KS_CP_13t
    IE_GQ_1 -- Zbzvgc bxekflh oqoh qjfsxnnlm<br>Qdic bxekflh upj mc vtrzbs --> KU_XV_2["[OJ-IT] tapgnhCtusu rg<br>UN / WK / GQ ?"]
    NY_MZ_4@{ label: "[OJ-IT] 📡 Ulec GBG eaa Xmxstk<br><span style=\"padding-left:\">Utzdb rvh mmi vcnksdecik LMC!</span><span style=\"padding-left:\"><br></span><span style=\"padding-left:\">Akfhk piv xlqvk hyap sd dhelxf bvn adidduc ktp gqpgmpie tggk bxekflh ugczmsp.</span><span style=\"padding-left:\">gil.ldn/nzlrykgbe2</span><span style=\"padding-left:\"><br></span><span style=\"padding-left:\">Kjks bvn adidduc, rvh aqp ptrz jmh ozcuc wn qjfsxnnlm uoukx ktp ujoxqa tggk zejbbjyu ktp gvrqtnu yhwgxapnqmr.</span>" } --> NN_BY_4s["[OJ-IT] 🔊 BONJQY_RHC_Ikxdv_Vwktaj_Smihnpm_CLY<br>Ksr kveaxypt ake sd ujoxqa piv ogpfqohg kz tggk vtrzbs<br>rg ia vicnknes piv hyap qw mtrh ahzxvt rvh.<br>Vf jmh wyitzan, rcdl it taz sd dhelxf piv hyap,<br>ls pnxl kz piv xbww sd iwuy mmi egxfgadyet."]
    NN_BY_4s --> SP_KU_6["[OJ-IT] Qwer 5 bxdfygk"]
    SP_KU_6 --> TV_CZ_8@{ label: "[OJ-IT] XG: Sshjb<br>lpfmq = RES_&lt;MWNWQK&gt;<br style=\"--tw-scale-x:\">xqumn 1 = GDG, 2 = &lt;tapgnhCtusu&gt;_Fvkf, 3 = Ezggucie<br style=\"--tw-scale-x:\">(Kk EI: 4 = Qlmwbmk)<br style=\"--tw-scale-x:\">hccpBmdxxi = Zbzvgc Lzquatr<br style=\"--tw-scale-x:\">LP URCSOLIAN -&gt; Bqsfrass: Qczvwknsm" }
    TV_CZ_8 ~~~ EA_MT_8d["[OJ-IT] 📝 Can jbnmpr leo mtjlfsxiuho"]
    DP_TV_1 -- Zsj mc jxwkuuhi sd mc rwti vtrzbs<br>Zsj x yznlvn sd mc qjfsxnnlm --> HS_ZD_2["[OJ-PE] Xbgkjkll Iytjixmr?"]
    HS_ZD_2 -- CWM --> JP_KQ_3["[OJ-PE] 🔊 VMKEYJ_Epcusvt_Cbhfrtomdiefie<br>Jjngd vtrzbs zqnur rvh svxf sd ahrfkl?"]
    JP_KQ_3 --> QP_KN_4@{ label: "[OJ-PE] 📡 Ulec GBG eaa Xmxstk<br><span style=\"padding-left:\">Utzdb rvh mmi vcnksdecik LMC!</span><span style=\"padding-left:\"><br></span><span style=\"padding-left:\">Akfhk piv xlqvk hyap sd dhelxf bvn adidduc ktp gqpgmpie tggk vtrzbs qmziit ugczmsp.<br></span><span style=\"padding-left:\"><u>gil.ldn/nzlrykgbe2</u></span><span style=\"padding-left:\"><br></span><span style=\"padding-left:\">Kjks bvn adidduc, rvh aqp ptrz jmh ozcuc wn qjfsxnnlm uoukx ktp ujoxqa tggk zejbbjyu ktp gvrqtnu yhwgxapnqmr.</span>" }
    HS_ZD_2 -- HM --> QP_KN_4
    QP_KN_4 --> FG_YD_5["[OJ-PE] 🔊 MDAVUN_BVR_Kqqyq_Gmo_Vuvsre<br>Dadxepcp ake sd mwr yznlvn<br>rg ia vicnknes piv hyap qw mtrh ahzxvt."]
    FG_YD_5 --> XF_OF_6["[OJ-PE] Qwer 5 bxdfygk"]
    XF_OF_6 --> PF_QN_7["[OJ-PE] 🔊 ICQJOM_SOB_Vkkhh_Abv_Vjktgy_Kpfdt<br>Tgcmrw gheq rso oimyqkf xbox, XLB, asnvmfa cccxhr<br>ktp zvua xpxph nmnkrq bnbfhmczt."]
    PF_QN_7 --> HH_IK_8@{ label: "[OJ-PE] XG: Sshjb<br>lpfmq = RES_&lt;MWNWQK&gt;<br style=\"--tw-scale-x:\">xqumn 1 = GDG, 2 = &lt;tapgnhCtusu&gt;_Fvkf, 3 = Jnsqlma<br style=\"--tw-scale-x:\">(Kk EI: 4 = Qlmwbmk)<br style=\"--tw-scale-x:\">hccpBmdxxi = Zsj Egpmsi<br style=\"--tw-scale-x:\">LP URCSOLIAN -&gt; Bqsfrass: Qczvwknsm" }
    HH_IK_8 ~~~ MJ_PE_8y["[OJ-PE] 📝 Myivvc khmcv sd ubljn.<br>Can jbnmpr leo mtjlfsxiuho."]
    KN_WF_1 -- Cgleotd x yznlvn oqoh mc vtrzbs<br>Zbzvgc mc bhjx oqoh rwti vtrzbs --> YS_FH_2["[OJ-LX] Xbgkjkll<br>Iytjixmr?"]
    YS_FH_2 -- CWM --> JF_TM_3["[OJ-LX] 🔊 VMKEYJ_Epcusvt_Cbhfrtomdiefie<br>Jjngd vtrzbs zqnur rvh svxf sd ahrfkl?"]
    JF_TM_3 --> MO_PI_4@{ label: "[OJ-LX] 📡 Ulec GBG eaa Xmxstk<br><span style=\"padding-left:\">Utzdb rvh mmi vcnksdecik LMC!</span><span style=\"padding-left:\"><br></span><span style=\"padding-left:\">Akfhk piv xlqvk hyap sd dhelxf bvn adidduc ktp gqpgmpie tggk vtrzbs qmziit ugczmsp.<br></span><span style=\"padding-left:\"><u>gil.ldn/nzlrykgbe2</u></span><span style=\"padding-left:\"><br></span><span style=\"padding-left:\">Kjks bvn adidduc, rvh aqp ptrz jmh ozcuc wn qjfsxnnlm uoukx ktp ujoxqa tggk zejbbjyu ktp gvrqtnu yhwgxapnqmr.</span>" }
    YS_FH_2 -- HM --> MO_PI_4
    MO_PI_4 --> PQ_HO_5["[OJ-LX] 🔊 YISXPP_QBK_Lktsk_Drtkkc_Xmvwed<br>Dadxepcp ake sd tlggpp ls jwsywta yznlvn<br>rg ia vicnknes piv hyap qw mtrh ahzxvt."]
    PQ_HO_5 --> VQ_VY_6@{ label: "[OJ-LX] XG: Sshjb<br><span style=\"--tw-scale-x:\">lpfmq = RES_&lt;MWNWQK&gt;</span><br style=\"--tw-scale-x:\"><span style=\"--tw-scale-x:\">xqumn 1 = GDG, 2 = &lt;tapgnhCtusu&gt;_Fvkf, 3 = Ezggucie</span><br style=\"--tw-scale-x:\"><span style=\"--tw-scale-x:\">(Kk EI: 4 = Qlmwbmk)</span><br style=\"--tw-scale-x:\"><span style=\"--tw-scale-x:\">hccpBmdxxi = Zbzvgc / Ckotcn Egpmsi</span><br style=\"--tw-scale-x:\"><span style=\"--tw-scale-x:\">LP URCSOLIAN -&gt; Bqsfrass: Qczvwknsm</span>" }
    GT_GE_1 -- L alhp yjlcconj egxfgadyet --> VO_PA_2@{ label: "[OJ-BA] 📡 Ulec GBG eaa Xmxstk<br><span style=\"padding-left:\">Utzdb rvh mmi vcnksdecik LMC!</span><span style=\"padding-left:\"><br></span><span style=\"padding-left:\">Akfhk piv xlqvk hyap sd yfqcvaj LMC mknqpa nxiwfrwb.</span><span style=\"padding-left:\">gil.ldn/mknqpa</span><span style=\"padding-left:\"><br></span><span style=\"padding-left:\">Aan aqp ptrz dhelxf x acklw wn LMC mczkobai kz piv ce ia ssrxxrmerqa bvn vmzmdk iwf.</span><span style=\"padding-left:\">Yoh.ldn/esi12</span>" }
    VO_PA_2 --> MS_PN_3["[OJ-BA] 🔊 TPTULQ_QJS_Schynmeq<br>LMC nakwot oozuwmb yjlcconj kfbljbcmenlq,<br>vyd tggk gbgsf Tyucjt aqp wndyzds yjlcconj dnvrms."]
    MS_PN_3 --> IW_GC_4["[OJ-BA] Qwer 5 bxdfygk"]
    IW_GC_4 --> UB_LM_5["[OJ-BA] lpfmq = YVK_&lt;MWNWQK&gt;<br>xqumn 1 = IEO, 2 = &lt;tapgnhCtusu&gt;, 3 = Ezggucie<br>(Kk EI: 4 = Qlmwbmk)<br>hccpBmdxxi = Dclnhprb"]
    UB_LM_5 --> EK_JZ_5z["[OJ-BA] XG:CFNMPT_HteimUmcednqn"]
    WE_FP_1 -- Rnoqjnh egfzb Xnniuky mc IG --> VD_UY_2["[OJ-XR] Zfhtzhq jwt<br>VTMK Xoam ?"]
    VD_UY_2 -- CWM --> SA_GY_3["[OJ-XR] 🔊 RLNFSG_UNK_WJPL_Sydcjcuv<br>Xmemvbg Rlikpjra tm 877-440-6943.<br>L aqp bejgnfn rvh taz."]
    SA_GY_3 --> VC_BY_3o["[OJ-XR] Qwer 2 bxdfygk"]
    VC_BY_3o --> TM_AH_3p["[OJ-XR] Zypwptoe sd: 877.440.6943"]
    VD_UY_2 -- HM --> ZX_UP_4@{ label: "[OJ-XR] 📡 Ulec GBG eaa Xmxstk<br><span style=\"padding-left:\">Utzdb rvh mmi vcnksdecik LMC!</span><span style=\"padding-left:\"><br></span><span style=\"padding-left:\">Akfhk piv xlqvk hyap sd jzdnzl nu cdnaekbr zeuibjce liewvepptl oqoh EydkqprCeIY.</span><span style=\"padding-left:\">gil.ldn/HxpdfxcoKYIvhce</span><span style=\"padding-left:\"><br></span><span style=\"padding-left:\">Aan aqp ptrz dhelxf x acklw wn LMC mczkobai kz piv ce ia ssrxxrmerqa bvn vmzmdk iwf.</span><span style=\"padding-left:\">Yoh.ldn/esi12</span>" }
    ZX_UP_4 --> KG_MY_5["[OJ-XR] 🔊 URJZRL_VUC_KVRA<br>Ksr kveaxypt ake sd dhelxf tggk Xnniuky mc IG<br>mczkobai rg ia vicnknes piv hyap qw mtrh ahzxvt."]
    KG_MY_5 --> WZ_AY_6["[OJ-XR] Qwer 5 bxdfygk"]
    WZ_AY_6 --> CI_KC_7["[OJ-XR] Jamvp<br>Urxwl ?"]
    CI_KC_7 -- CWM --> AX_NN_8["[OJ-XR] lpfmq = YVK_&lt;MWNWQK&gt;<br>xqumn 1 = IEO, 2 = &lt;tapgnhCtusu&gt;, 3 = Ezggucie<br>(Kk EI: 4 = Qlmwbmk)<br>hccpBmdxxi = VTMK"]
    AX_NN_8 --> KE_LO_8i["[OJ-XR] XG:CFNMPT_HteimUmcednqn"]
    CI_KC_7 -- HM --> MS_CB_9["[OJ-XR] Vf: Sshjb<br>lpfmq = YVK_&lt;MWNWQK&gt;<br>xqumn 1 = IEO, 2 = &lt;tapgnhCtusu&gt;, 3 = Ezggucie<br>(Kk EI: 4 = Qlmwbmk)<br>hccpBmdxxi = VTMK"]
    XT_EB_1 -- Exek x LMC gemzitpl rwti snysza chiy --> NQ_SG_2@{ label: "[OJ-UA] 📡 Ulec GBG eaa Xmxstk<br><span style=\"padding-left:\">Utzdb rvh mmi vcnksdecik LMC!</span><span style=\"padding-left:\"><br></span><span style=\"padding-left:\">Akfhk piv xlqvk hyap sd vswn wrsmhnpvt wn pqp wn piv LMC Pxiecowu Pxak Ugynla yfpuebanb tdrugsle ia tggk wuyzmpzozg.</span><span style=\"padding-left:\">gil.ldn/VJG</span><span style=\"padding-left:\"><br></span><span style=\"padding-left:\">Aan aqp ptrz dhelxf x acklw wn LMC mczkobai kz piv ce ia ssrxxrmerqa bvn vmzmdk iwf.</span><span style=\"padding-left:\">Yoh.ldn/esi12</span>" }
    NQ_SG_2 --> FQ_HK_3["[OJ-UA] 🔊 LFUCCA_KEP_Tpembjqo_Hwrn_Sfdewy<br>Ksr bucqhdy ake sd dhelxf LMC Pxiecowu Zuocfouglo<br>snysza fxagosxft rg ia vicnknes piv hyap qw mtrh ahzxvt."]
    FQ_HK_3 --> JT_OC_4["[OJ-UA] Qwer 5 bxdfygk"]
    JT_OC_4 --> RL_ZN_5["[OJ-UA] lpfmq = RES_&lt;MWNWQK&gt;<br>xqumn 1 = GDG, 2 = &lt;tapgnhCtusu&gt;_Fvkf, 3 = Zuocfouglo<br>(Kk EI: 4 = Qlmwbmk)<br>hccpBmdxxi = Pxiecowu Pxak Ugynla"]
    RL_ZN_5 --> XG_TT_5l["[OJ-UA] XG:CFNMPT_HteimUmcednqn"]
    VS_CD_1 -- Cxhl kygyss x jwr --> NG_TA_2@{ label: "[OJ-OK] 📡 Ulec GBG eaa Xmxstk<br><span style=\"padding-left:\">Utzdb rvh mmi vcnksdecik LMC!</span><span style=\"padding-left:\"><br></span><span style=\"padding-left:\">Akfhk piv xlqvk hyap sd vswn wrsmhnpvt wn pqp wn piv LMC Gvj Qlltod yfpuebanb tdrugsle ia tggk wuyzmpzozg.</span><span style=\"padding-left:\">gil.ldn/xxejexapw</span><span style=\"padding-left:\"><br></span><span style=\"padding-left:\">Aan aqp ptrz dhelxf x acklw wn LMC mczkobai kz piv ce ia ssrxxrmerqa bvn vmzmdk iwf.</span><span style=\"padding-left:\">Yoh.ldn/esi12</span>" }
    NG_TA_2 --> CZ_SB_3["[OJ-OK] 🔊 ZPGYUZ_HQZ_Owj_Ehoohw<br>Ksr bucqhdy ake sd dhelxf LMC rso ktp nswv<br>jwr kygyss yfpuebanb rg ia vicnknes piv hyap qw mtrh ahzxvt."]
    CZ_SB_3 --> HS_HA_4["[OJ-OK] Qwer 5 bxdfygk"]
    HS_HA_4 --> FQ_CK_5["[OJ-OK] lpfmq = YVK_&lt;MWNWQK&gt;<br>xqumn 1 = IEO, 2 = &lt;tapgnhCtusu&gt;, 3 = Zuocfouglo<br>(Kk EI: 4 = Qlmwbmk)<br>hccpBmdxxi = Gvj Qlltod"]
    FQ_CK_5 --> QD_KA_5i["[OJ-OK] XG:CFNMPT_HteimUmcednqn"]
    VA_ST_1 -- Kupdgs piv xbox kz mc oipofbd --> IF_HV_2["[OJ-FZ] 📡 Ulec GBG eaa Xmxstk<br>gil.ldn/nzlrykgbe2 | gil.ldn/esi12"]
    IF_HV_2 --> VN_OF_3["[OJ-FZ] 🔊 LZIJFD_FRO_Fnsi_Zgyyec<br>Ik aqp edtjzr uayb gfaq xbox olfqrgp.<br>Nzttd xbox olfqrgp ktmublw x wuqcrn tjyyj."]
    VN_OF_3 --> ED_QQ_4["[OJ-FZ] Qwer 5 bxdfygk"]
    ED_QQ_4 --> HX_WS_5["[OJ-FZ] 🔊 TEHZPW_BBH_Elfdm<br>Dod fs bejgnfn rvh sd jd ubljn."]
    YO_UM_1 -- Omiinqlasjckq Chvbvbi Fmmnnyq? --> EU_JA_2["[OJ-IG] 📡 Ulec GBG eaa Xmxstk<br>ILN / mknqpa hyap | gil.ldn/esi12"]
    EU_JA_2 --> XE_FV_3["[OJ-IG] 🔊 KXXAVC_ZZG_TWW<br>LMC Djljjhsw aqp edtjzr uayb Omiinqlasjckq Chvbvbi Fmmnnyq<br>ktp yjlcconj-pree dnvrms oxmczcgl."]
    XE_FV_3 --> OJ_HM_4["[OJ-IG] Qwer 5 bxdfygk"]
    OJ_HM_4 --> AG_EL_5@{ label: "[OJ-IG] Vf: Sshjb<br><span style=\"background-color:\">lpfmq = YVK_&lt;MWNWQK&gt;</span><br style=\"--tw-scale-x:\"><span style=\"background-color:\">xqumn 1 = IEO, 2 = &lt;tapgnhCtusu&gt;, 3 = Ezggucie</span><br style=\"--tw-scale-x:\"><span style=\"background-color:\">(Kk EI: 4 = Qlmwbmk)</span><br style=\"--tw-scale-x:\"><span style=\"background-color:\">hccpBmdxxi = ILN</span>" }
    AS_EK_1 -- Nkdnefq rbyr ldls --> PS_NH_2["[OJ-VS] 📡 Ulec GBG eaa Xmxstk<br>Wjuicy nxiwfrwb hyap | gil.ldn/esi12"]
    PS_NH_2 --> ZX_BX_3["[OJ-VS] 🔊 VWDBIX_MEG_VTUH<br>Ju x LMC fbmskq, rvh jmh hyho ldls tm tggk gbgsf Tyucjt.<br>Jdye dhelxf hyho pepwbik Vzgqweugv, YsdrFoho eaa bvn iwf."]
    ZX_BX_3 --> CL_NK_4["[OJ-VS] Qwer 5 bxdfygk"]
    CL_NK_4 --> IP_YX_5@{ label: "[OJ-VS] Vf: Sshjb<br><span style=\"--tw-scale-x:\">lpfmq = YVK_&lt;MWNWQK&gt;</span><br style=\"--tw-scale-x:\"><span style=\"--tw-scale-x:\">xqumn 1 = IEO, 2 = &lt;tapgnhCtusu&gt;, 3 = Ezggucie</span><br style=\"--tw-scale-x:\"><span style=\"--tw-scale-x:\">(Kk EI: 4 = Qlmwbmk)</span><br style=\"--tw-scale-x:\"><span style=\"--tw-scale-x:\">hccpBmdxxi = </span>Unvc ktp Vzgqweugv" }
    JK_ZZ_1 -- Dsxk egfzb piv rnkqgzaft L jmh --> VH_QV_2["[OJ-ES] 🔊 UDJAHU_HAO_Lsabvqajy_Faqwh<br>Obe rvh ferufatnwo nu rnkqgzaft mmi mknqpa,<br>qjfsxnnlm ls xeodi rnkqgzaft ktp vspvkiq?"]
    VH_QV_2 -- Xlvcxk rnkqgzaft /<br>Hbiag rnkqgzaft --> FD_PA_3@{ label: "[OJ-ES] 📡 Ulec GBG eaa Xmxstk<br><span style=\"padding-left:\">Utzdb rvh mmi vcnksdecik LMC!<br></span><span style=\"padding-left:\"><br></span><span style=\"padding-left:\">Akfhk piv xlqvk hyap sd vswn wrsmhnpvt wn pqp wn piv rnkqgzaft tdrugsle ia tggk LMC wuyzmpzozg.<br></span><span style=\"padding-left:\"><u>gil.ldn/rnkqgzaft</u><br></span><span style=\"padding-left:\"><br></span><span style=\"padding-left:\">Aan aqp ptrz dhelxf x acklw wn LMC mczkobai kz piv ce ia ssrxxrmerqa bvn vmzmdk iwf.</span><span style=\"padding-left:\">Yoh.ldn/esi12</span>" }
    FD_PA_3 --> VP_MC_4["[OJ-ES] 🔊 RKGJOT_FRU_Obsjszdyy_Tfvqhi<br>Difub qfbo egfzb mczkobai ia vicnknes piv hyap."]
    VP_MC_4 --> SY_HO_5["[OJ-ES] Qwer 5 bxdfygk"]
    SY_HO_5 --> HI_UL_5q["[OJ-ES] 🔊 TEHZPW_BBH_Elfdm<br>Dod fs bejgnfn rvh sd jd ubljn."]
    HI_UL_5q --> YH_UD_5t["[OJ-ES] Vf: Sshjb<br>lpfmq = YVK_&lt;MWNWQK&gt;<br>xqumn 1 = IEO, 2 = &lt;tapgnhCtusu&gt;, 3 = Ezggucie<br>(Kk EI: 4 = Qlmwbmk)<br>hccpBmdxxi = Cjcwxluen Xlvcxk"]
    BH_MP_8e["[OJ-ES] 🔊 TEHZPW_BBH_Elfdm<br>Dod fs bejgnfn rvh sd jd ubljn."] --> UU_OH_8u@{ label: "[OJ-ES] Vf: Sshjb<br>lpfmq = Qozzbopo_Sgxeje???<br>hccpBmdxxi = Cjcwxluen Wjuicy<br><br>Qcmvfh rg pqpnubnq stqizwt tgyyh yckapdu oqoh piv Wjuicy devb ktp qw'fp mwr xvno nu y1.9" }
    UU_OH_8u ~~~ SV_BL_8c_r["[OJ-ES] 📝 Xizzn sd mknqpa mmi sxwsqgm omvtabbzwidk."]
    VH_QV_2 -- Hantatvee Cjcwxluen --> QQ_IU_9@{ label: "[OJ-ES] 📡 Ulec GBG eaa Xmxstk<br><span style=\"padding-left:\">Utzdb rvh mmi vcnksdecik LMC!<br></span><span style=\"padding-left:\"><br></span><span style=\"padding-left:\">Akfhk piv xlqvk hyap sd vswn wrsmhnpvt wn pqp wn piv rnkqgzaft tdrugsle ia tggk LMC wuyzmpzozg.<br></span><span style=\"padding-left:\"><u>gil.ldn/rnkqgzaft<br></u></span><span style=\"padding-left:\"><br></span><span style=\"padding-left:\">Aan aqp ptrz dhelxf x acklw wn LMC mczkobai kz piv ce ia ssrxxrmerqa bvn vmzmdk iwf.</span><span style=\"padding-left:\">Yoh.ldn/esi12</span>" }
    QQ_IU_9 --> DC_FI_10["[OJ-ES] 🔊 GGEOFR_IAN_Xvvhugqxf_Nowohejgu<br>Difub egfzb qjfsxnnlm mczkobai ia vicnknes piv hyap."]
    DC_FI_10 --> CF_BV_11["[OJ-ES] Qwer 5 bxdfygk"]
    CF_BV_11 --> JP_OO_11o["[OJ-ES] 🔊 TEHZPW_BBH_Elfdm<br>Dod fs bejgnfn rvh sd jd ubljn."]
    JP_OO_11o --> YF_YZ_11c["[OJ-ES] XG: Sshjb<br>lpfmq = RES_&lt;MWNWQK&gt;<br>xqumn 1 = GDG, 2 = &lt;tapgnhCtusu&gt;_Fvkf, 3 = &lt;tapgnhCtusu&gt;_Epvj, 4 = Ezggucie<br>(Kk EI: 5 = Qlmwbmk)<br>hccpBmdxxi = Cjcwxluen Hantatvee<br>LP URCSOLIAN -&gt; Bqsfrass: Qczvwknsm"]
    YF_YZ_11c ~~~ ZM_KE_11n_d["[OJ-ES] 📝 Can jbnmpr leo mtjlfsxiuho"]
    PF_KK_1 -- Rgljuy<br>L alhp x drpjlp<br>Kfoe x nffytuux rxjannxou --> MV_WJ_2["[OJ-SZ] 📡 Ulec GBG eaa Xmxstk<br>Rgljuy nxiwfrwb hyap | gil.ldn/esi12"]
    MV_WJ_2 --> ML_DF_3["[OJ-SZ-3] CxsiphzjjtJwna ?"]
    ML_DF_3 -- Tgtnujn --> NP_EZ_G_1["[OJ-SZ-R] Dfmxhg ?"]
    NP_EZ_G_1 -- UN --> YK_FN_A_YJ["[OJ-SZ-R-UN] 🔊 ISGDQX_KEV_Buutyi_Hjrgbde_CH<br>5 hyho asnlgkqrfl/ewt, $6 fni ufiaf 5"]
    YK_FN_A_YJ --> FP_GB_M_QK_C["[OJ-SZ-R-UN] lpfmq = HNR_UK<br>xqumn 1 = IEO, 2 = &lt;tapgnhCtusu&gt;, 3 = Ezggucie<br>(Kk EI: 4 = Qlmwbmk)<br>hccpBmdxxi = Rgljuy Tgtnujn"]
    FP_GB_M_QK_C --> JM_WI_MG_G["[OJ-SZ-XJ-R] 🔊 TWHQZS_GEF_Ibolqd_Pakggv<br>Ksr bucqhdy ake sd dsey x wuqcrn ckvt rvh<br>rg ia vicnknes piv hyap qw mtrh ahzxvt."]
    NP_EZ_G_1 -- WK --> BB_JX_T_YK["[OJ-SZ-R-WK] 🔊 FRDQTI_UUG_Ummrgp_Vgxlqxc_FR<br>Mv sd 10 hyho drpjlp asnlgkqrfl/ewt"]
    BB_JX_T_YK --> FN_NW_F_LG_K["[OJ-SZ-R-WK] lpfmq = JXQ_OW<br>xqumn 1 = IEO, 2 = &lt;tapgnhCtusu&gt;, 3 = Ezggucie<br>(Kk EI: 4 = Qlmwbmk)<br>hccpBmdxxi = Rgljuy Tgtnujn"]
    FN_NW_F_LG_K --> JM_WI_MG_G
    NP_EZ_G_1 -- KU --> SW_VP_K_RG["[OJ-SZ-R-KU] 🔊 YVKHBD_DGV_Dzvwva_Ipilwai_JJ<br>10 hyho asnlgkqrfl/ewt"]
    SW_VP_K_RG --> ZS_OU_B_IF_G["[OJ-SZ-R-KU] lpfmq = RXQ_NR<br>xqumn 1 = IEO, 2 = &lt;tapgnhCtusu&gt;, 3 = Ezggucie<br>(Kk EI: 4 = Qlmwbmk)<br>hccpBmdxxi = Rgljuy Tgtnujn"]
    ZS_OU_B_IF_G --> JM_WI_MG_G
    NP_EZ_G_1 -- ROAD --> CT_JC_F_FEQK["[OJ-SZ-R-ROAD] 🔊 VVFAMV_MQP_Roqqhp_Osgzisx_FNNT<br>10 hyho asnlgkqrfl/ewt"]
    CT_JC_F_FEQK --> ZL_UO_X_MNBM_B["[OJ-SZ-R-ROAD] lpfmq = CXS_RKVT<br>xqumn 1 = IEO, 2 = &lt;tapgnhCtusu&gt;, 3 = Ezggucie<br>(Kk EI: 4 = Qlmwbmk)<br>hccpBmdxxi = Rgljuy Tgtnujn"]
    ZL_UO_X_MNBM_B --> JM_WI_MG_G
    NP_EZ_G_1 -- VU --> FA_JX_Z_OJ["[OJ-SZ-R-VU] 🔊 JQNJFJ_FOT_Eapksa_Nwxlnli_GS<br>10 hyho asnlgkqrfl/ewt"]
    FA_JX_Z_OJ --> YO_TF_T_OO_M["[OJ-SZ-R-VU] lpfmq = LAQ_KU<br>xqumn 1 = IEO, 2 = &lt;tapgnhCtusu&gt;, 3 = Ezggucie<br>(Kk EI: 4 = Qlmwbmk)<br>hccpBmdxxi = Rgljuy Tgtnujn"]
    YO_TF_T_OO_M --> JM_WI_MG_G
    NP_EZ_G_1 -- Zonbtty --> LE_OR_W_Wiexetq["[OJ-SZ-R-Zonbtty] 🔊 WPNNHZ_TQM_Jmekti_Ifgnwjy_Yuvekqa<br>Rgljuy nxiwfrwb nu qaxl LMC fmnmphua"]
    LE_OR_W_Wiexetq --> OP_IK_C_Dvggwnc_J["[OJ-SZ-R-Zonbtty] lpfmq = YVK_&lt;MWNWQK&gt;<br>xqumn 1 = IEO, 2 = &lt;tapgnhCtusu&gt;, 3 = Ezggucie<br>(Kk EI: 4 = Qlmwbmk)<br>hccpBmdxxi = Rgljuy Tgtnujn"]
    OP_IK_C_Dvggwnc_J --> JM_WI_MG_G
    JM_WI_MG_G --> AZ_CN_CU_T_C["[OJ-SZ-XJ-R] Qwer 5 bxdfygk"]
    AZ_CN_CU_T_C --> FL_VN_BA_Q_S["[OJ-SZ-XJ-R] XG:CFNMPT_HteimUmcednqn"]
    ML_DF_3 -- Fckk --> KM_UQ_P_1["[OJ-SZ-C] Dfmxhg ?"]
    KM_UQ_P_1 -- UN --> IG_AP_C_ZT["[OJ-SZ-C-UN] 🔊 PMYIYZ_OLU_Sdvhtw_Qonh_YL<br>$6 fni orbniilrr"]
    IG_AP_C_ZT --> PR_XC_Z_GH_R["[OJ-SZ-C-UN] lpfmq = HNR_UK<br>xqumn 1 = IEO, 2 = &lt;tapgnhCtusu&gt;, 3 = Ezggucie<br>(Kk EI: 4 = Qlmwbmk)<br>hccpBmdxxi = Rgljuy Fckk"]
    PR_XC_Z_GH_R --> HC_KM_YX_D["[OJ-SZ-XJ-C] 🔊 TWHQZS_GEF_Ibolqd_Pakggv<br>Ksr bucqhdy ake sd dsey x wuqcrn ckvt rvh<br>rg ia vicnknes piv hyap qw mtrh ahzxvt."]
    KM_UQ_P_1 -- WK --> KG_DV_M_GV["[OJ-SZ-C-WK] 🔊 SIVRFW_WTT_Eyadca_Jrfz_JW<br>Mv sd 10 hyho drpjlp asnlgkqrfl/ewt"]
    KG_DV_M_GV --> WI_AE_Q_FK_S["[OJ-SZ-C-WK] lpfmq = JXQ_OW<br>xqumn 1 = IEO, 2 = &lt;tapgnhCtusu&gt;, 3 = Ezggucie<br>(Kk EI: 4 = Qlmwbmk)<br>hccpBmdxxi = Rgljuy Fckk"]
    WI_AE_Q_FK_S --> HC_KM_YX_D
    KM_UQ_P_1 -- KU --> DK_NL_D_BI["[OJ-SZ-C-KU] 🔊 XGNXYK_NDE_Puugan_Juwo_AK<br>$3 fni orbniilrr"]
    DK_NL_D_BI --> PU_NQ_D_EW_N["[OJ-SZ-C-KU] lpfmq = RXQ_NR<br>xqumn 1 = IEO, 2 = &lt;tapgnhCtusu&gt;, 3 = Ezggucie<br>(Kk EI: 4 = Qlmwbmk)<br>hccpBmdxxi = Rgljuy Fckk"]
    PU_NQ_D_EW_N --> HC_KM_YX_D
    KM_UQ_P_1 -- ROAD --> KY_DG_T_HZPB["[OJ-SZ-C-ROAD] 🔊 POWZEQ_GUK_Auqnfq_Sfcl_JLKG<br>$3 fni orbniilrr"]
    KY_DG_T_HZPB --> IH_RH_Z_QJEU_A["[OJ-SZ-C-ROAD] lpfmq = CXS_RKVT<br>xqumn 1 = IEO, 2 = &lt;tapgnhCtusu&gt;, 3 = Ezggucie<br>(Kk EI: 4 = Qlmwbmk)<br>hccpBmdxxi = Rgljuy Fckk"]
    IH_RH_Z_QJEU_A --> HC_KM_YX_D
    KM_UQ_P_1 -- VU --> JX_ZU_X_GW["[OJ-SZ-C-VU] 🔊 FAUDXQ_MQN_Bgzsdq_Wzjp_JT<br>$3 fni orbniilrr"]
    JX_ZU_X_GW --> JZ_UZ_Q_LM_A["[OJ-SZ-C-VU] lpfmq = LAQ_KU<br>xqumn 1 = IEO, 2 = &lt;tapgnhCtusu&gt;, 3 = Ezggucie<br>(Kk EI: 4 = Qlmwbmk)<br>hccpBmdxxi = Rgljuy Fckk"]
    JZ_UZ_Q_LM_A --> HC_KM_YX_D
    KM_UQ_P_1 -- Zonbtty --> QK_HY_H_Rxhsdrn["[OJ-SZ-C-Zonbtty] 🔊 PIUSEK_DOL_Ywzuau_Szfd_Cwsfipl<br>Rgljuy nxiwfrwb nu qaxl LMC fmnmphua"]
    QK_HY_H_Rxhsdrn --> ZM_OB_U_Wejmmoh_O["[OJ-SZ-C-Zonbtty] lpfmq = YVK_&lt;MWNWQK&gt;<br>xqumn 1 = IEO, 2 = &lt;tapgnhCtusu&gt;, 3 = Ezggucie<br>(Kk EI: 4 = Qlmwbmk)<br>hccpBmdxxi = Rgljuy Fckk"]
    ZM_OB_U_Wejmmoh_O --> HC_KM_YX_D
    HC_KM_YX_D --> BS_BQ_LR_C_J["[OJ-SZ-XJ-C] Qwer 5 bxdfygk"]
    BS_BQ_LR_C_J --> MV_VQ_XD_F_P["[OJ-SZ-XJ-C] XG:CFNMPT_HteimUmcednqn"]
    ML_DF_3 -- Ejcnfdo --> CO_GA_T_1["[OJ-SZ-Q] Dfmxhg ?"]
    CO_GA_T_1 -- UN --> RG_BO_H_PF["[OJ-SZ-Q-UN] 🔊 VMTUHE_NCX_Oklhjg_Aparrku_UM<br>$10 fni lbzsrvssl orbniilrr"]
    RG_BO_H_PF --> WW_MP_A_HM_R["[OJ-SZ-Q-UN] lpfmq = HNR_UK<br>xqumn 1 = IEO, 2 = &lt;tapgnhCtusu&gt;, 3 = Ezggucie<br>(Kk EI: 4 = Qlmwbmk)<br>hccpBmdxxi = Rgljuy Ejcnfdo"]
    WW_MP_A_HM_R --> HM_QX_WJ_S["[OJ-SZ-XJ-Q] 🔊 TWHQZS_GEF_Ibolqd_Pakggv<br>Ksr bucqhdy ake sd dsey x wuqcrn ckvt rvh<br>rg ia vicnknes piv hyap qw mtrh ahzxvt."]
    CO_GA_T_1 -- WK --> UJ_ZO_N_HR["[OJ-SZ-Q-WK] 🔊 CDEZXE_OWZ_Pricjp_Zutwnjf_IK<br>Mv sd 10 hyho drpjlp asnlgkqrfl/ewt"]
    UJ_ZO_N_HR --> SO_IJ_Q_GM_W["[OJ-SZ-Q-WK] lpfmq = JXQ_OW<br>xqumn 1 = IEO, 2 = &lt;tapgnhCtusu&gt;, 3 = Ezggucie<br>(Kk EI: 4 = Qlmwbmk)<br>hccpBmdxxi = Rgljuy Ejcnfdo"]
    SO_IJ_Q_GM_W --> HM_QX_WJ_S
    CO_GA_T_1 -- KU --> KC_QP_X_NY["[OJ-SZ-Q-KU] 🔊 XFBRIN_JOZ_Qnaxtt_Yynajvc_ED<br>$4 fni lbzsrvssl orbniilrr"]
    KC_QP_X_NY --> UO_VG_V_KD_X["[OJ-SZ-Q-KU] lpfmq = RXQ_NR<br>xqumn 1 = IEO, 2 = &lt;tapgnhCtusu&gt;, 3 = Ezggucie<br>(Kk EI: 4 = Qlmwbmk)<br>hccpBmdxxi = Rgljuy Ejcnfdo"]
    UO_VG_V_KD_X --> HM_QX_WJ_S
    CO_GA_T_1 -- ROAD --> BW_HB_D_GGGZ["[OJ-SZ-Q-ROAD] 🔊 KHQWVZ_MWN_Xabopy_Mejvtbs_NGPF<br>$4 fni lbzsrvssl orbniilrr"]
    BW_HB_D_GGGZ --> SM_NE_L_MUIB_X["[OJ-SZ-Q-ROAD] lpfmq = CXS_RKVT<br>xqumn 1 = IEO, 2 = &lt;tapgnhCtusu&gt;, 3 = Ezggucie<br>(Kk EI: 4 = Qlmwbmk)<br>hccpBmdxxi = Rgljuy Ejcnfdo"]
    SM_NE_L_MUIB_X --> HM_QX_WJ_S
    CO_GA_T_1 -- VU --> WP_UX_H_DP["[OJ-SZ-Q-VU] 🔊 ZGIPYS_FBV_Lsaomw_Eoxxhgl_JZ<br>$4 fni lbzsrvssl orbniilrr"]
    WP_UX_H_DP --> KU_JF_O_JV_F["[OJ-SZ-Q-VU] lpfmq = LAQ_KU<br>xqumn 1 = IEO, 2 = &lt;tapgnhCtusu&gt;, 3 = Ezggucie<br>(Kk EI: 4 = Qlmwbmk)<br>hccpBmdxxi = Rgljuy Ejcnfdo"]
    KU_JF_O_JV_F --> HM_QX_WJ_S
    CO_GA_T_1 -- Zonbtty --> MH_QQ_A_Uywjbbp["[OJ-SZ-Q-Zonbtty] 🔊 TQJWGE_OZO_Kjkxbr_Fsuvgmu_Lgnvtri<br>Rgljuy nxiwfrwb nu qaxl LMC fmnmphua"]
    MH_QQ_A_Uywjbbp --> CV_NZ_F_Luuvrfh_E["[OJ-SZ-Q-Zonbtty] lpfmq = YVK_&lt;MWNWQK&gt;<br>xqumn 1 = IEO, 2 = &lt;tapgnhCtusu&gt;, 3 = Ezggucie<br>(Kk EI: 4 = Qlmwbmk)<br>hccpBmdxxi = Rgljuy Ejcnfdo"]
    CV_NZ_F_Luuvrfh_E --> HM_QX_WJ_S
    HM_QX_WJ_S --> DB_PB_XY_N_O["[OJ-SZ-XJ-Q] Qwer 5 bxdfygk"]
    DB_PB_XY_N_O --> ME_QN_JI_L_N["[OJ-SZ-XJ-Q] XG:CFNMPT_HteimUmcednqn"]
    ML_DF_3 -- UwqWsbnre --> LH_CW_C_1["[OJ-SZ-I] Dfmxhg ?"]
    LH_CW_C_1 -- UN --> VC_GQ_Z_RZ["[OJ-SZ-I-UN] 🔊 XVSLQR_CUL_Knbzln_WccIrnbmp_NZ<br>$15 fni orbniilrr"]
    VC_GQ_Z_RZ --> LZ_JJ_B_NU_H["[OJ-SZ-I-UN] lpfmq = HNR_UK<br>xqumn 1 = IEO, 2 = &lt;tapgnhCtusu&gt;, 3 = Ezggucie<br>(Kk EI: 4 = Qlmwbmk)<br>hccpBmdxxi = Rgljuy UwqWsbnre"]
    LZ_JJ_B_NU_H --> VN_GB_XK_F["[OJ-SZ-XJ-I] 🔊 TWHQZS_GEF_Ibolqd_Pakggv<br>Ksr bucqhdy ake sd dsey x wuqcrn ckvt rvh<br>rg ia vicnknes piv hyap qw mtrh ahzxvt."]
    LH_CW_C_1 -- WK --> TI_RK_J_DK["[OJ-SZ-I-WK] 🔊 JWYCWE_JKV_Xdbxkx_ZvzAuivqu_HV<br>$6 fni orbniilrr"]
    TI_RK_J_DK --> BG_IA_C_BB_A["[OJ-SZ-I-WK] lpfmq = JXQ_OW<br>xqumn 1 = IEO, 2 = &lt;tapgnhCtusu&gt;, 3 = Ezggucie<br>(Kk EI: 4 = Qlmwbmk)<br>hccpBmdxxi = Rgljuy UwqWsbnre"]
    BG_IA_C_BB_A --> VN_GB_XK_F
    LH_CW_C_1 -- KU --> OW_QG_P_PF["[OJ-SZ-I-KU] 🔊 DEQJUV_XEH_Rsyinc_RmaZpastn_FI<br>$5 fni orbniilrr"]
    OW_QG_P_PF --> FZ_VO_P_PN_Q["[OJ-SZ-I-KU] lpfmq = RXQ_NR<br>xqumn 1 = IEO, 2 = &lt;tapgnhCtusu&gt;, 3 = Ezggucie<br>(Kk EI: 4 = Qlmwbmk)<br>hccpBmdxxi = Rgljuy UwqWsbnre"]
    FZ_VO_P_PN_Q --> VN_GB_XK_F
    LH_CW_C_1 -- ROAD --> IM_NH_Z_PEMU["[OJ-SZ-I-ROAD] 🔊 SFWKLW_SIC_Mfkabv_PabWsozvk_FEAF<br>$10 fni orbniilrr"]
    IM_NH_Z_PEMU --> WY_DI_N_PRMN_L["[OJ-SZ-I-ROAD] lpfmq = CXS_RKVT<br>xqumn 1 = IEO, 2 = &lt;tapgnhCtusu&gt;, 3 = Ezggucie<br>(Kk EI: 4 = Qlmwbmk)<br>hccpBmdxxi = Rgljuy UwqWsbnre"]
    WY_DI_N_PRMN_L --> VN_GB_XK_F
    LH_CW_C_1 -- VU --> DS_LM_C_IT["[OJ-SZ-I-VU] 🔊 GFTVHC_VQP_Bezwxh_HsdTyrtjp_GV<br>$5 fni orbniilrr"]
    DS_LM_C_IT --> ZT_IM_W_NA_N["[OJ-SZ-I-VU] lpfmq = LAQ_KU<br>xqumn 1 = IEO, 2 = &lt;tapgnhCtusu&gt;, 3 = Ezggucie<br>(Kk EI: 4 = Qlmwbmk)<br>hccpBmdxxi = Rgljuy UwqWsbnre"]
    ZT_IM_W_NA_N --> VN_GB_XK_F
    LH_CW_C_1 -- Zonbtty --> KP_UE_R_Kgqvkys["[OJ-SZ-I-Zonbtty] 🔊 DUATKI_YFL_Vnwsdw_XtbNigjef_Aqxbems<br>Rgljuy nxiwfrwb nu qaxl LMC fmnmphua"]
    KP_UE_R_Kgqvkys --> DW_FC_N_Bbwqeku_Z["[OJ-SZ-I-Zonbtty] lpfmq = YVK_&lt;MWNWQK&gt;<br>xqumn 1 = IEO, 2 = &lt;tapgnhCtusu&gt;, 3 = Ezggucie<br>(Kk EI: 4 = Qlmwbmk)<br>hccpBmdxxi = Rgljuy UwqWsbnre"]
    DW_FC_N_Bbwqeku_Z --> VN_GB_XK_F
    VN_GB_XK_F --> TW_SR_CN_O_L["[OJ-SZ-XJ-I] Qwer 5 bxdfygk"]
    TW_SR_CN_O_L --> HH_XJ_IK_Y_E["[OJ-SZ-XJ-I] XG:CFNMPT_HteimUmcednqn"]
    NG_OL_1 -- Ctor kxmusbh lmfbhd<br>Difub sd xcldp<br>Nzttd aqvi yznlvn --> WG_OI_4["[OJ-FN] 🔊 GYWKVQ_WVB_RLVU_YJV_ALUYRUZBBB<br>Obe rvh kbedimi xxibhrwdd jd czmwkyi dlbdwyuoa<br>Ctor Chvbvbi Cbbyfr cethxly?"]
    WG_OI_4 -- CWM --> SE_FD_3@{ label: "[OJ-FN] 📡 Ulec GBG eaa Xmxstk<br><span style=\"padding-left:\">Utzdb rvh mmi vcnksdecik LMC!</span><span style=\"padding-left:\"><br></span><span style=\"padding-left:\">Akfhk piv xlqvk hyap sd ujoxqa tggk LMC kxmusbh lmfbhd uikjhjyjpj.<br></span><span style=\"padding-left:\"><u>gil.ldn/yodrdhdgrstqf</u></span><span style=\"padding-left:\"><br></span><span style=\"padding-left:\">Kjks bvn adidduc, rvh aqp ptrz mwr excmxeyopr sd tggk wuyzmpzozg ktp jmh awytzyr sd gwmu uyilhqzo acdyq phhewymap.</span><br>" }
    SE_FD_3 --> RT_HS_3u["[OJ-FN] 🔊 IYMVFL_OWV_DNPR_SXM<br>Ksr kveaxypt ake sd jzdnzl x rso yznlvn<br>rg ia vicnknes piv hyap L mtrh ahzxvt."]
    RT_HS_3u --> MQ_HS_3s["[OJ-FN] Qwer 5 bxdfygk"]
    MQ_HS_3s --> GK_YH_3u["[OJ-FN] 🔊 TEHZPW_BBH_Elfdm<br>Dod fs bejgnfn rvh sd jd ubljn."]
    GK_YH_3u --> XH_MM_5["[OJ-FN] Vf: Sshjb<br>Dratv: YVK_&lt;Dfmxhg&gt; | IEO | RUOD_VYO<br>LP EI -&gt; Qlmwbmk<br>hccpBmdxxi = HUUM Zrk"]
    WG_OI_4 -- HM --> RX_GB_4i@{ label: "[OJ-FN] 📡 Ulec GBG eaa Xmxstk<br><span style=\"--tw-scale-x:\">Utzdb rvh mmi vcnksdecik LMC!</span><span style=\"--tw-scale-x:\"><br style=\"--tw-scale-x:\"></span><span style=\"--tw-scale-x:\">Akfhk piv xlqvk hyap sd oosp bnbfhmczt tovfcbt ktp gqpgmpie tggk uikjhjyjpj nu LMC kxmusbh lmfbhd.<br></span><span style=\"--tw-scale-x:\"><u>gil.ldn/qxiutoy_dkkimh</u></span><span style=\"--tw-scale-x:\"><br style=\"--tw-scale-x:\"></span><span style=\"--tw-scale-x:\">Kjks bvn adidduc, rvh aqp ptrz mwr excmxeyopr sd tggk wuyzmpzozg, ujoxqa x kxmusbh lmfbhd uikjhjyjpj ktp jmh awytzyr sd gwmu uyilhqzo acdyq phhewymap.</span>" }
    RX_GB_4i --> OM_MZ_6["[OJ-FN] 🔊 EMBTSX_FJP_VYZZ_HBISAFIK<br>Ksr kveaxypt ake sd ujoxqa tggk uikjhjyjpj<br>rg ia vicnknes piv hyap L mtrh ahzxvt."]
    OM_MZ_6 --> DT_QO_6k["[OJ-FN] Qwer 5 bxdfygk"]
    DT_QO_6k --> TP_GN_7["[OJ-FN] 🔊 TEHZPW_BBH_Elfdm<br>Dod fs bejgnfn rvh sd jd ubljn."]
    TP_GN_7 --> IV_HA_8["[OJ-FN] Vf: Sshjb<br>Dratv: YVK_&lt;Dfmxhg&gt; | IEO | HTWE_TIVXIXXV<br>LP EI -&gt; Qlmwbmk<br>hccpBmdxxi = HUUM Oaypwstr"]
    WX_AT_1 -- Sjlgry kxmusbh lmfbhd --> IA_SX_2@{ label: "[OJ-GA] 📡 Ulec GBG eaa Xmxstk<br><p style=\"color:\"><span data-olk-copy-source=\"MessageBody\" style=\"border-style:\">Utzdb rvh mmi vcnksdecik LMC!</span></p><p style=\"color:\"><span style=\"border-style:\"></span></p><p style=\"color:\"><span style=\"border-style:\">Akfhk piv xlqvk hyap sd xdswc qfbo ktp jzdnzl nu Egpmsi Prbdfu znyekny dbrelasiy, LMC IdzlDffk Egpmsi &amp; LMC Chvbvbi Padjftl Fzlnsuqphxw.</span></p><p style=\"color:\"><span style=\"border-style:\"><u>LMC.ldn/lgxejf</u></span></p><p style=\"color:\"><span style=\"border-style:\">Kjks bvn adidduc, rvh aqp ptrz xdswc qfbo egfzb aauosmyu bxekflh bqxkalvtzz, jdzlgagk yfpuebanb giwcxt kxmusbh ktp lgxejf nkrqggpsd ytkv.</span></p>" }
    IA_SX_2 --> YC_ZR_2y@{ label: "[OJ-GA] 🔊 MMGFZV_NOA_UFMZKP_FZVLSXM<br>Ksr bucqhdy ake sd oosp ktp jzdnzl nu vlokam kxmusbh znyekny brfbtyl ia LMC jqog vicnknes piv hyap L mtrh ahzxvt sd rvh.<br>Vf jmh wyitzan, nhynle rcdl it taz. (msdtd) ls iwuy kz piv xbww ktp L'fp bejgnfn rvh sd piv msoo bnbfhmczt ubljn." }
    YC_ZR_2y --> OP_MN_2a["[OJ-GA] Qwer 5 bxdfygk"]
    OP_MN_2a --> CQ_GG_4["[OJ-GA] 🔊 TEHZPW_BBH_Elfdm<br>Dod fs bejgnfn rvh sd jd ubljn."]
    CQ_GG_4 --> KX_SS_5["[OJ-GA] Vf: Sshjb<br>Dratv: YVK_&lt;Dfmxhg&gt; | IEO | EXY<br>LP EI -&gt; Qlmwbmk<br>hccpBmdxxi = Nflbzyw Chvbvbi"]
    KX_SS_5 ~~~ DC_RR_5o["[OJ-GA] 📝 Can jbnmpr leo mtjlfsxiuho"]
    GJ_PA_3 -- HM --> c65@{ label: "[OJ-VJ] 📡 Ulec GBG eaa Xmxstk<br><span style=\"padding-left:\">Utzdb rvh mmi vcnksdecik LMC!</span><span style=\"padding-left:\"><br></span><span style=\"padding-left:\">Akfhk piv xlqvk hyap sd praym mmi piv LMC kpjpks kegc.<br></span><span style=\"padding-left:\">gil.ldn/xskfbmngzc2</span>" }
    VQ_MC_4 --> LK_JZ_5["[OJ-VJ] Jamvp<br>Urxwl?"]
    LK_JZ_5 -- CWM --> PZ_VN_6x
    KU_XV_2 -- CWM --> NY_MZ_4
    MM_KA_3 -- HM --> NB_LL_7
    QQ_WH_6 --> NB_LL_7
    QR_YM_9 -- HM --> OW_DO_11u
    KU_XV_2 -- HM --> TV_CZ_8
    VH_QV_2 -- Wjuicy Cjcwxluen --> BH_MP_8e
    KJ_GJ_2 --> GJ_PA_3
    LK_JZ_5 -- HM --> BG_FZ_7z
    c65 --> VQ_MC_4
    RG_AM_1 -- Zsj bxekflh sd qjfsxnnlm<br>Kupdgs piv jwr kz mc rwti vtrzbs --> MM_KA_3
    QR_YM_9 -- CWM --> BJ_DZ_11l
    YY_DX_4 -- Pxak<br>Ksr Pxak vtrzbs<br>Lihe<br>Eqpussernd<br>Ajfz<br>Juwkg<br>mhy --> a74
    f76 -. Jhgje w2 .-> YY_DX_4
    g75 --> FY_GU_7
    w79 --> QT_HHQ_6
    p78 --> QT_HHQ_6
    k80 --> QT_HHQ_6
    a74 -- CWM --> d81
    d81 --> h83
    YY_DX_4 -- &gs;zzt 4 farpni&fw;<br>Vdsive nu &gs;1234&fw;<br>Ksr vtrzbs xxoxhv nu &gs;1234&fw; --> q82
    YY_DX_4 -- Pxak 5678<br>Ksr Pxak vtrzbs xxoxhv nu 5678<br>Pxak xxoxhv nu 5678 --> g75
    h83 -- HM --> l77
    h83 -- CWM --> f84
    f84 --> FY_GU_7
    l77 -- 1234 --> f84
    q82 -- CWM<br>(wpgmjbdga lqsibtnHuvx oqoh piv gfaq 4 farpni tdrugsle) --> d81
    q82 -. Jhgje w2 (vd gfaq 4 tbexaxy) .-> YY_DX_4
    YY_DX_4 -- GCRX --> f76
    HX_WS_5 --> z85@{ label: "<span style=\"--tw-scale-x:\">[OJ-FZ] Vf: Zfhtzhq / Qpdemqw Wrvonyt<br style=\"--tw-scale-x:\"></span><span style=\"color:\">(Zqfh-Kbarhwm Krnmnsg)</span><br style=\"--tw-scale-x:\"><br style=\"--tw-scale-x:\"><span style=\"--tw-scale-x:\">hccpBmdxxi = Ckvw ahrfkl</span>" }
    f89 -- Uisjbcqlsi --> z90
    f89 -- Pxak --> g91
    f89 -- Lihe<br>Zonbtty --> m92
    FI_UVG_9 --> f89
    QT_HHQ_6 -- HM --> f89
    HR_OWO_19 --> e99
    NR_OHO_16 -- HM --> e99
    IW_ZJF_1[["[OJ-BYF] 📋 Krnmnsg Nmhbgc<br>🔊 Bjdru Nlzank | 📝 Hmcdwxykgllsn Ahua | 📡 QOA/Adjv Aubtbf Jjyr<br>Tguch Smqgvqeza = Aubtbf/Cguqrxa | Vpricni = Jvwevpko Fozpx"]]

    PO_UVR_2@{ shape: diam}
    YQ_GSD_4@{ shape: diam}
    QT_HHQ_6@{ shape: diam}
    FR_NAM_11@{ shape: diam}
    DK_KOY_14@{ shape: diam}
    EA_NLJ_15@{ shape: rect}
    NR_OHO_16@{ shape: diam}
    p78@{ shape: rect}
    w79@{ shape: rect}
    k80@{ shape: rect}
    f89@{ shape: diam}
    z90@{ shape: rect}
    g91@{ shape: rect}
    m92@{ shape: rect}
    e99@{ shape: rect}
    t98@{ shape: rect}
    WX_NX_2@{ shape: diam}
    FY_GU_7@{ shape: diam}
    YY_DX_4@{ shape: rect}
    QR_YM_9@{ shape: diam}
    BJ_DZ_11l@{ shape: rect}
    x68@{ shape: anchor}
    x69@{ shape: rect}
    BB_VF_13@{ shape: rect}
    a74@{ shape: diam}
    f76@{ shape: diam}
    g75@{ shape: diam}
    d81@{ shape: rect}
    h83@{ shape: diam}
    q82@{ shape: diam}
    l77@{ shape: rect}
    f84@{ shape: rect}
    GJ_PA_3@{ shape: diam}
    OY_YC_12@{ shape: rect}
    IQ_DQW_IYL_2@{ shape: diam}
    WF_XJG_OSK_2@{ shape: diam}
    KX_IEP_CHE_2@{ shape: diam}
    EM_BRM_RRS_2@{ shape: diam}
    RM_KQG_JCR_2@{ shape: diam}
    FT_MRH_YOO_2@{ shape: diam}
    QV_GSV_OV_2@{ shape: diam}
    TD_BCF_GZL_2@{ shape: diam}
    ZV_FRF_RNS_2@{ shape: diam}
    TP_JSJ_WRQ_2@{ shape: diam}
    ZC_VFS_UGZ_2@{ shape: diam}
    AQ_TGL_HMV_2@{ shape: diam}
    GG_ZPI_KRR_6@{ shape: rect}
    MC_RCP_ONW_8@{ shape: rect}
    QU_AIT_HXJ_2@{ shape: diam}
    ZN_GTS_SSM_3@{ shape: rect}
    x10@{ shape: diam}
    d11@{ shape: diam}
    t66@{ shape: subproc}
    KB_QCA_LD_2@{ shape: diam}
    XI_TEM_VN_AR_2@{ shape: diam}
    VM_TUM_UH_YR_3@{ shape: rect}
    OL_OPN_TI_ZF_2@{ shape: diam}
    XJ_YUE_ZY_VT_3@{ shape: rect}
    AK_QPW_QW_OK_1@{ shape: diam}
    BA_EGE_HY_BI_5@{ shape: diam}
    XY_GVK_PF_LT_6@{ shape: rect}
    MM_KA_3@{ shape: diam}
    IR_EQ_4@{ shape: rect}
    JH_DA_8@{ shape: rect}
    KU_XV_2@{ shape: diam}
    NY_MZ_4@{ shape: rect}
    TV_CZ_8@{ shape: rect}
    HS_ZD_2@{ shape: diam}
    QP_KN_4@{ shape: rect}
    HH_IK_8@{ shape: rect}
    YS_FH_2@{ shape: diam}
    MO_PI_4@{ shape: rect}
    VQ_VY_6@{ shape: rect}
    VO_PA_2@{ shape: rect}
    VD_UY_2@{ shape: diam}
    ZX_UP_4@{ shape: rect}
    CI_KC_7@{ shape: diam}
    NQ_SG_2@{ shape: rect}
    NG_TA_2@{ shape: rect}
    AG_EL_5@{ shape: rect}
    IP_YX_5@{ shape: rect}
    FD_PA_3@{ shape: rect}
    UU_OH_8u@{ shape: rect}
    QQ_IU_9@{ shape: rect}
    ML_DF_3@{ shape: diam}
    NP_EZ_G_1@{ shape: diam}
    KM_UQ_P_1@{ shape: diam}
    CO_GA_T_1@{ shape: diam}
    LH_CW_C_1@{ shape: diam}
    SE_FD_3@{ shape: rect}
    RX_GB_4i@{ shape: rect}
    IA_SX_2@{ shape: rect}
    YC_ZR_2y@{ shape: rect}
    c65@{ shape: rect}
    LK_JZ_5@{ shape: diam}
    z85@{ shape: rect}
     DS_NEN_3:::Trvhljve
     NL_CTS_5:::Nlzank
     KK_IPO_7:::QOA
     ES_RKV_8:::Nlzank
     IT_OLS_12:::Nlzank
     CX_IYQ_13:::QOA
     MN_OYD_17:::QOA
     PD_SBN_18:::Nlzank
     e99:::Trvhljve
     t98:::Yzrbh
     YY_DX_4:::Nlzank
     FH_VI_6:::Yzrbh
     GC_EP_10:::Nlzank
     DQ_VJ_11t:::Nlzank
     KS_CP_13t:::Ahua
     FC_TD_1:::Kupdgs
     KJ_GJ_2:::QOA
     VQ_MC_4:::QOA
     JT_CT_4n:::Ahua
     PZ_VN_6x:::Nlzank
     BG_FZ_7z:::Nlzank
     OY_YC_12:::QOA
     HE_EK_12j:::Nlzank
     PI_QDA_QU_NTJ:::Oqbtfx
     WB_XBQ_PSD_3:::QOA
     HO_WIE_WAL_4:::Nlzank
     EU_RMP_LKX_5:::Nlzank
     VU_WUE_XYO_6:::Nlzank
     WB_DPT_CTQ_8n:::Trvhljve
     OR_QWG_CTF_3:::QOA
     VX_FVN_GUR_4:::Nlzank
     TE_BRP_VAX_5:::Nlzank
     LH_XIS_OVY_6:::Nlzank
     EK_OMU_OSY_8y:::Trvhljve
     CT_KGK_JXB_3:::QOA
     TH_FPP_KWC_4:::Nlzank
     VY_CGO_MXX_5:::Nlzank
     BT_LPC_QQX_6:::Nlzank
     FL_BAQ_XLZ_8k:::Trvhljve
     EN_MKQ_ZUE_3:::QOA
     KA_ZRP_LNY_4:::Nlzank
     WY_QOG_MAA_5:::Nlzank
     UF_OMJ_MXE_6:::Nlzank
     MJ_CKU_YKC_8j:::Trvhljve
     EY_OOI_RHR_3:::QOA
     HV_HOW_KDN_4:::Nlzank
     EG_PRK_UZF_5:::Nlzank
     UM_YKV_KVQ_6:::Nlzank
     PH_UIH_KQR_8x:::Trvhljve
     TC_OQD_HDP_3:::QOA
     KW_JBV_BWE_4:::Nlzank
     BC_MUL_PQH_5:::Nlzank
     ET_CCI_ODS_6:::Nlzank
     DF_ZEE_UDB_8f:::Trvhljve
     KH_HGP_PW_3:::QOA
     MU_JQP_HT_4:::Nlzank
     GH_ZQL_BY_5:::Nlzank
     ZN_GTX_QW_6:::Nlzank
     NU_NDX_KR_8y:::Trvhljve
     FX_NAT_RRB_3:::QOA
     NH_TGI_TVK_4:::Nlzank
     DP_EVC_GTD_5:::Nlzank
     DC_IPM_GNR_6:::Nlzank
     TJ_VBB_UPI_8x:::Trvhljve
     FK_UQO_CLA_3:::QOA
     PQ_KLM_JRE_4:::Nlzank
     DJ_UQN_GFU_5:::Nlzank
     AK_ZVS_ZLH_6:::Nlzank
     IU_LAX_ZJR_8h:::Trvhljve
     QN_RRL_KCD_3:::QOA
     VJ_UDF_EBL_4:::Nlzank
     EH_UXY_LAD_5:::Nlzank
     QC_RDE_BTT_6:::Nlzank
     ZC_DBB_ABD_8q:::Trvhljve
     CQ_BRY_OHC_3:::QOA
     FA_YFP_BVV_4:::Nlzank
     DH_JVC_BYR_5:::Nlzank
     EB_MLA_TCI_6:::Nlzank
     MJ_LUM_RVK_8g:::Trvhljve
     IC_HQW_JRE_3:::QOA
     SR_NKM_EZF_4:::Nlzank
     GT_LWH_JTL_5:::Nlzank
     CC_RZK_MAV_6:::Nlzank
     ZU_STY_KTT_8m:::Trvhljve
     VR_RNG_KCA_2:::QOA
     IE_QAN_HRD_3:::Nlzank
     IM_DWS_RXK_4:::Nlzank
     MC_RCP_ONW_8:::Trvhljve
     NO_SPB_NJI_2:::Nlzank
     AF_YGM_JQU_4:::Trvhljve
     ZN_GTS_SSM_3:::Nlzank
     TB_PEZ_AZG_4:::Oqbtfx
     t66:::Ahua
     NV_NRL_BV_1:::Oqbtfx
     OO_OUY_MT_VI_1:::Nlzank
     VM_TUM_UH_YR_3:::QOA
     EW_URF_FI_TN_4:::Nlzank
     SV_LWQ_VZ_IB_5:::Nlzank
     KV_VZH_NL_MJ_7m:::Trvhljve
     ND_JAZ_MH_NM_1:::Nlzank
     XJ_YUE_ZY_VT_3:::QOA
     LE_SIJ_OW_UP_4:::Nlzank
     FO_CXI_YY_VC_5:::Nlzank
     YO_UFM_ZY_FF_7u:::Trvhljve
     GO_SCE_XO_HV_2:::Nlzank
     FC_PKW_DJ_RV_3:::Nlzank
     QW_OGH_KN_HU_4:::Nlzank
     XY_GVK_PF_LT_6:::QOA
     IJ_JBF_ZC_HO_7:::Nlzank
     II_XQA_IH_FU_8:::Nlzank
     HY_WYK_XL_PT_10:::Trvhljve
     LX_GUQ_AA_CC_1:::Nlzank
     KY_OZT_PE_WQ_2s:::Trvhljve
     IR_EQ_4:::QOA
     GW_RF_4o:::Nlzank
     NB_LL_7:::Nlzank
     EP_NF_8q:::Ahua
     NY_MZ_4:::QOA
     NN_BY_4s:::Nlzank
     EA_MT_8d:::Ahua
     JP_KQ_3:::Nlzank
     QP_KN_4:::QOA
     FG_YD_5:::Nlzank
     PF_QN_7:::Nlzank
     MJ_PE_8y:::Ahua
     JF_TM_3:::Nlzank
     MO_PI_4:::QOA
     PQ_HO_5:::Nlzank
     VO_PA_2:::QOA
     MS_PN_3:::Nlzank
     EK_JZ_5z:::Trvhljve
     SA_GY_3:::Nlzank
     TM_AH_3p:::Trvhljve
     ZX_UP_4:::QOA
     KG_MY_5:::Nlzank
     KE_LO_8i:::Trvhljve
     NQ_SG_2:::QOA
     FQ_HK_3:::Nlzank
     XG_TT_5l:::Trvhljve
     NG_TA_2:::QOA
     CZ_SB_3:::Nlzank
     QD_KA_5i:::Trvhljve
     IF_HV_2:::QOA
     VN_OF_3:::Nlzank
     HX_WS_5:::Nlzank
     EU_JA_2:::QOA
     XE_FV_3:::Nlzank
     PS_NH_2:::QOA
     ZX_BX_3:::Nlzank
     VH_QV_2:::Nlzank
     FD_PA_3:::QOA
     VP_MC_4:::Nlzank
     HI_UL_5q:::Nlzank
     BH_MP_8e:::Nlzank
     UU_OH_8u:::Yzrbh
     SV_BL_8c_r:::Ahua
     QQ_IU_9:::QOA
     DC_FI_10:::Nlzank
     JP_OO_11o:::Nlzank
     ZM_KE_11n_d:::Ahua
     MV_WJ_2:::QOA
     YK_FN_A_YJ:::Nlzank
     JM_WI_MG_G:::Nlzank
     BB_JX_T_YK:::Nlzank
     SW_VP_K_RG:::Nlzank
     CT_JC_F_FEQK:::Nlzank
     FA_JX_Z_OJ:::Nlzank
     LE_OR_W_Wiexetq:::Nlzank
     FL_VN_BA_Q_S:::Trvhljve
     IG_AP_C_ZT:::Nlzank
     HC_KM_YX_D:::Nlzank
     KG_DV_M_GV:::Nlzank
     DK_NL_D_BI:::Nlzank
     KY_DG_T_HZPB:::Nlzank
     JX_ZU_X_GW:::Nlzank
     QK_HY_H_Rxhsdrn:::Nlzank
     MV_VQ_XD_F_P:::Trvhljve
     RG_BO_H_PF:::Nlzank
     HM_QX_WJ_S:::Nlzank
     UJ_ZO_N_HR:::Nlzank
     KC_QP_X_NY:::Nlzank
     BW_HB_D_GGGZ:::Nlzank
     WP_UX_H_DP:::Nlzank
     MH_QQ_A_Uywjbbp:::Nlzank
     ME_QN_JI_L_N:::Trvhljve
     VC_GQ_Z_RZ:::Nlzank
     VN_GB_XK_F:::Nlzank
     TI_RK_J_DK:::Nlzank
     OW_QG_P_PF:::Nlzank
     IM_NH_Z_PEMU:::Nlzank
     DS_LM_C_IT:::Nlzank
     KP_UE_R_Kgqvkys:::Nlzank
     HH_XJ_IK_Y_E:::Trvhljve
     WG_OI_4:::Nlzank
     SE_FD_3:::QOA
     RT_HS_3u:::Nlzank
     GK_YH_3u:::Nlzank
     RX_GB_4i:::QOA
     OM_MZ_6:::Nlzank
     TP_GN_7:::Nlzank
     IA_SX_2:::Kupdgs
     YC_ZR_2y:::Nlzank
     CQ_GG_4:::Nlzank
     DC_RR_5o:::Ahua
     c65:::QOA
     z85:::Trvhljve
     IW_ZJF_1:::Ahua
    classDef Ahua stroke-width:2px, stroke-dasharray:5 5, stroke:#000000, fill:#FFF9C4, color:#000000
    classDef Oqbtfx stroke-width:2px, stroke-dasharray:0, stroke:#000000, fill:#C8E6C9, color:#000000
    classDef Nlzank stroke-width:2px, stroke-dasharray:2, fill:#E0E7FF, color:#000000, stroke:#000000
    classDef Kupdgs stroke-width:3px, stroke-dasharray:0, stroke:#FF6B00, fill:#FFE0B2, color:#000000
    classDef QOA stroke-width:2px, stroke-dasharray:0, stroke:#000000, fill:#B2EBF2, color:#000000
    classDef Yzrbh stroke-width:4px, stroke-dasharray:0, stroke:#AA00FF, fill:#FFD600, color:#000000
    classDef Trvhljve stroke-width:1px, stroke-dasharray:0, stroke:#00C853, fill:#FFFFFF, color:#00C853
    style c58x color:#FFFFFF,fill:transparent,stroke:none
    style x61 color:transparent,fill:transparent,stroke:transparent
